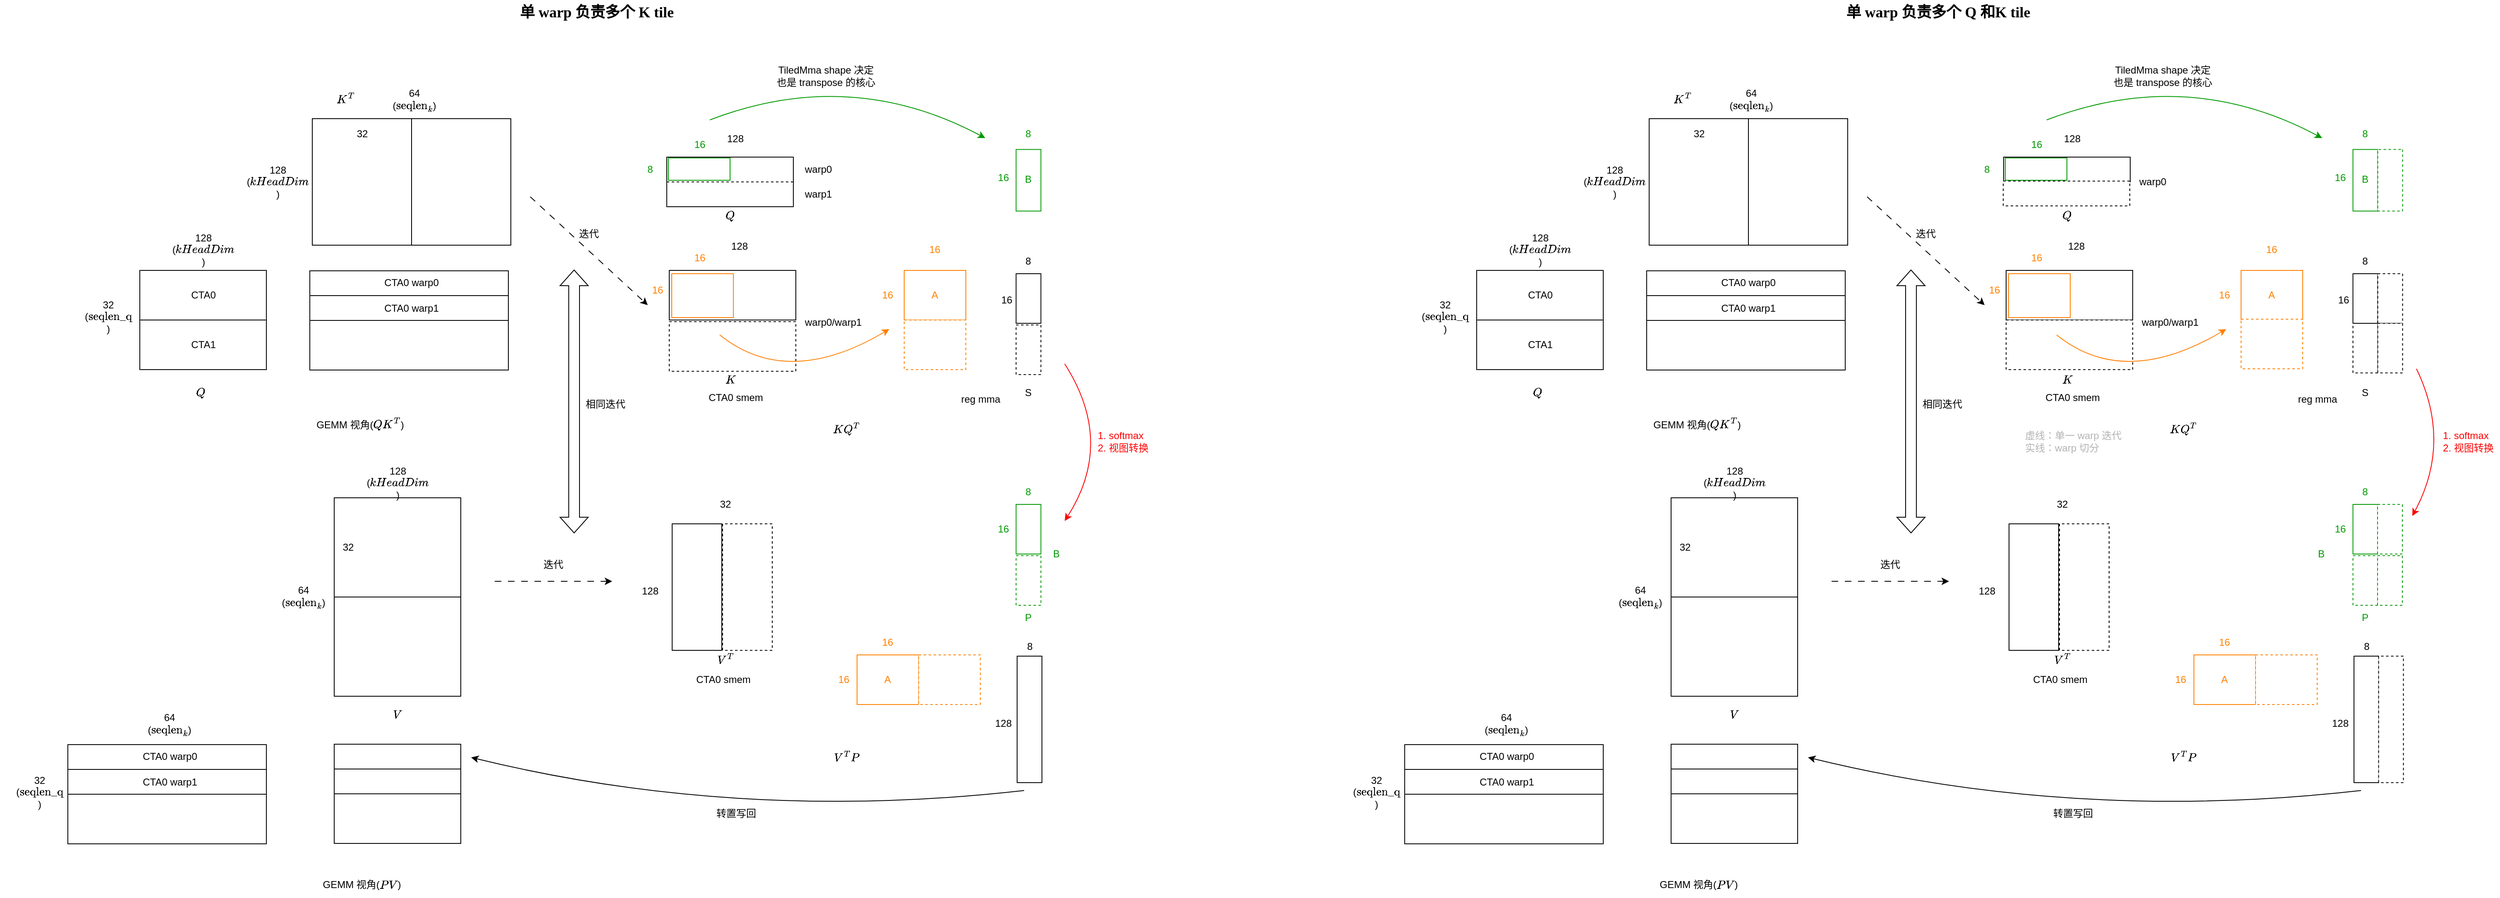
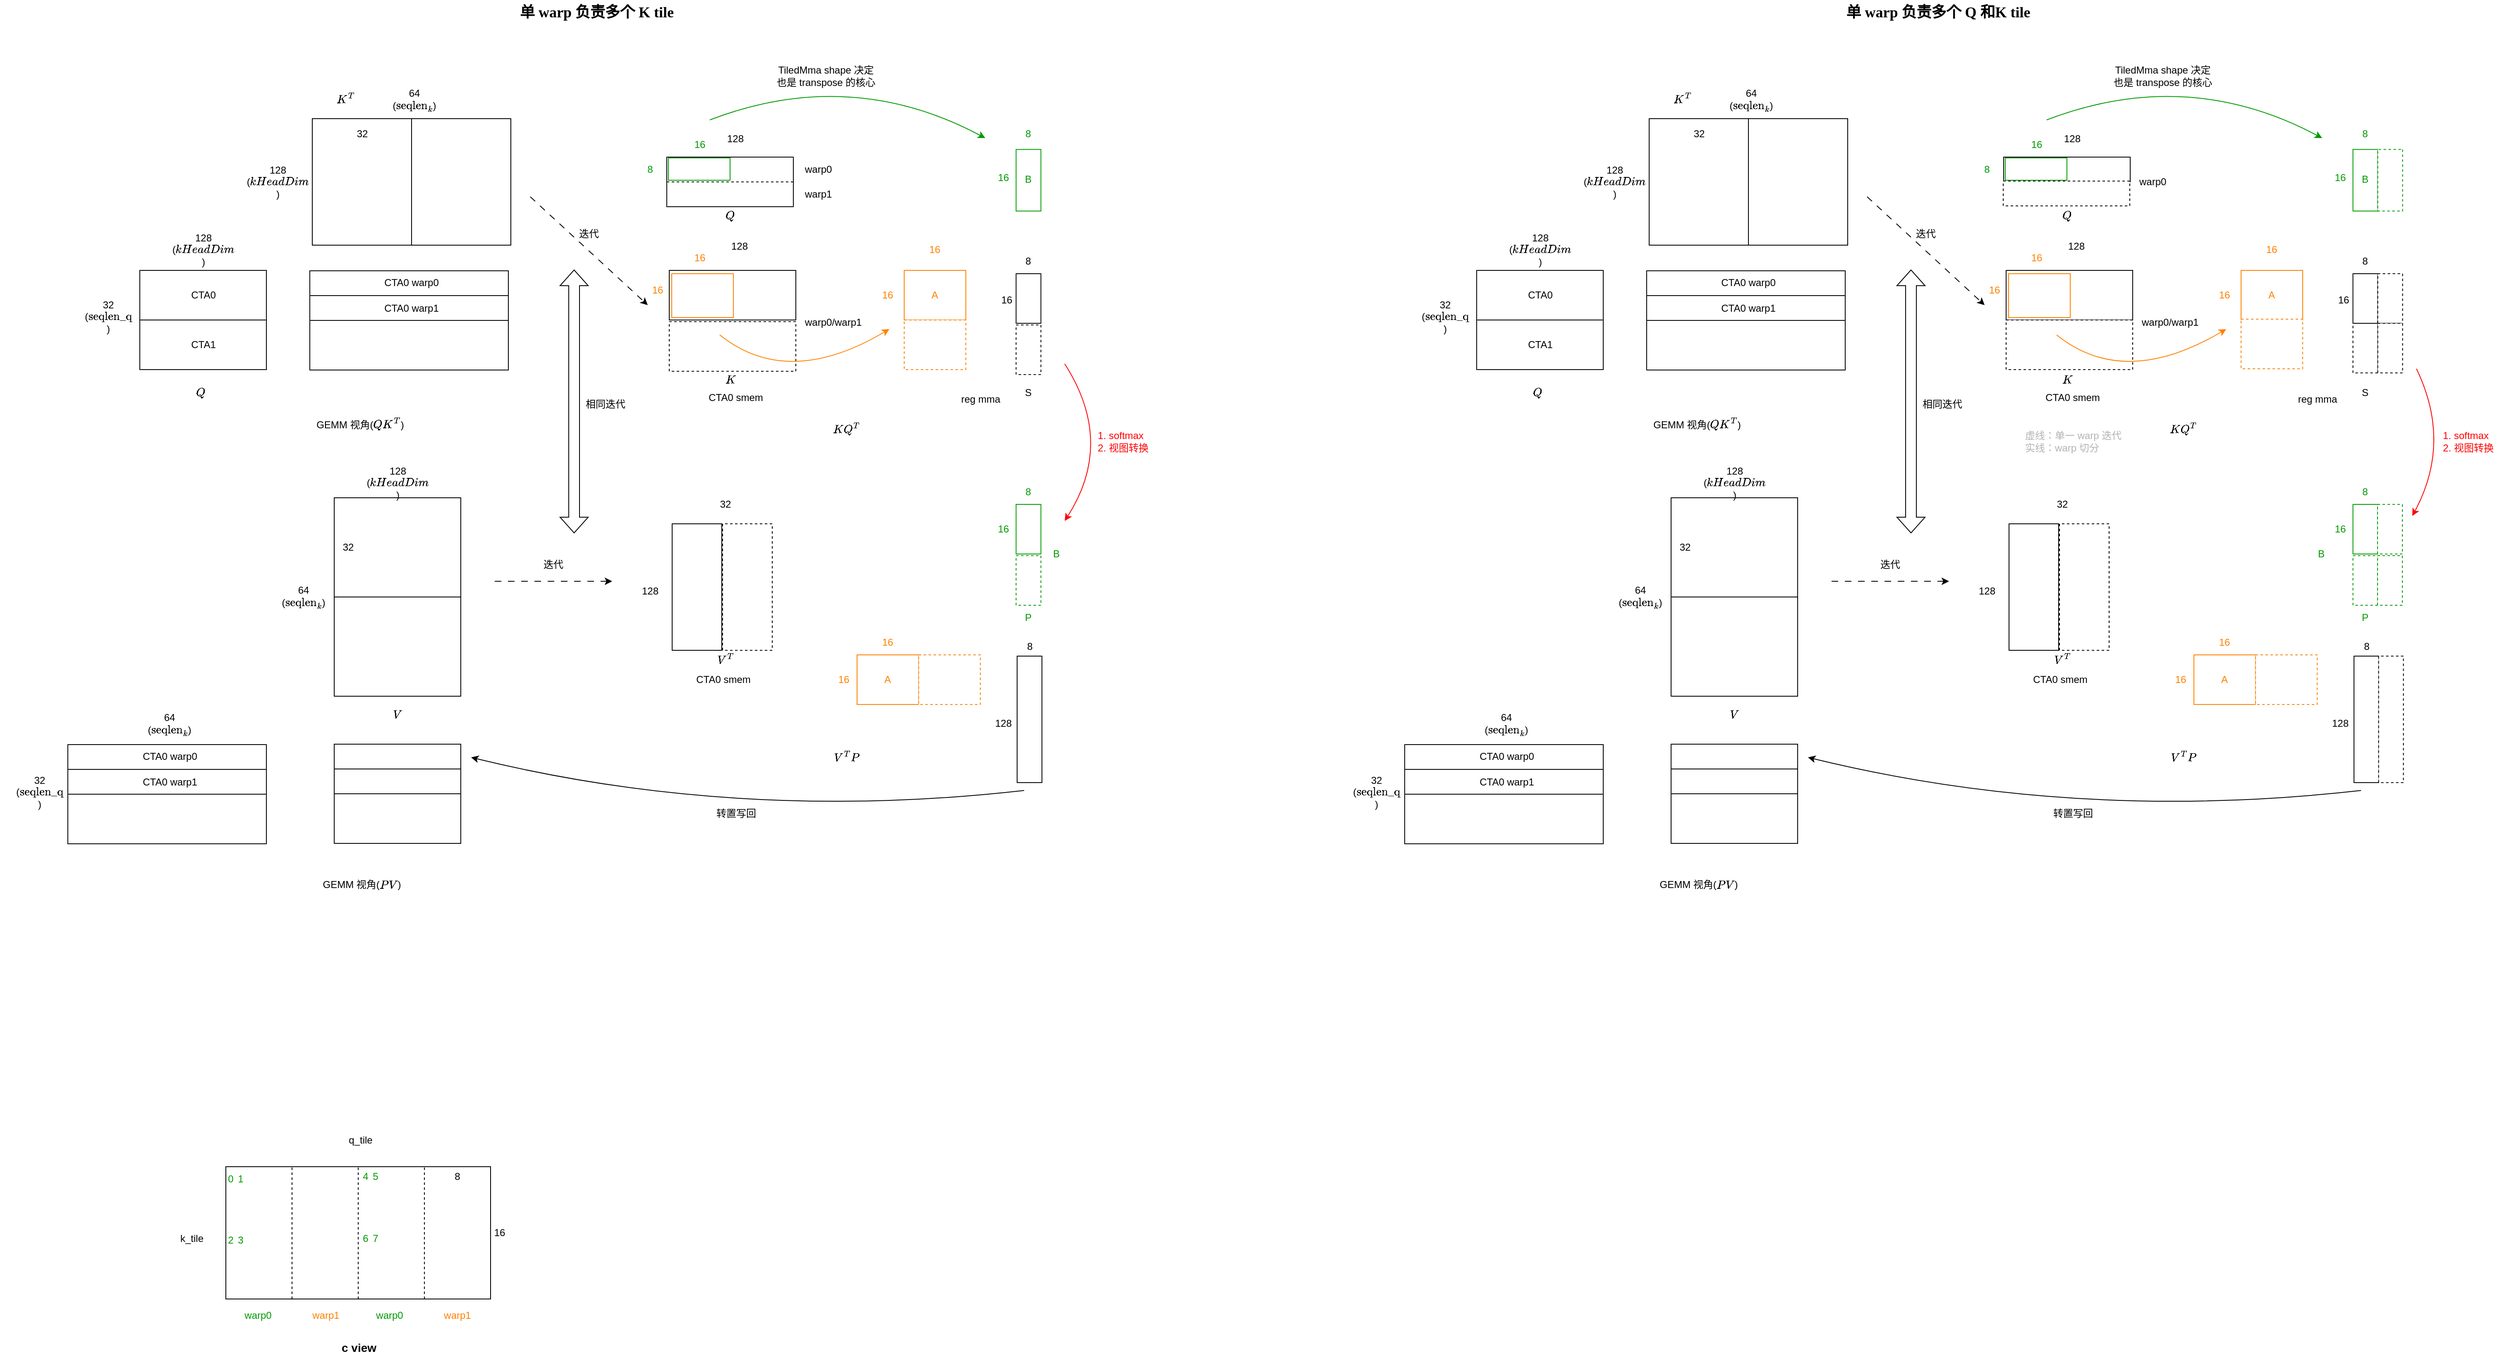
<mxfile host="app.diagrams.net" agent="Mozilla/5.0 (Macintosh; Intel Mac OS X 10_15_7) AppleWebKit/537.36 (KHTML, like Gecko) Chrome/148.0.0.0 Safari/537.36">
  <diagram name="第 1 页" id="oHZ7k2eqphhDJOQGW40j">
-     <mxGraphModel dx="1503" dy="851" grid="0" gridSize="10" guides="1" tooltips="1" connect="1" arrows="1" fold="1" page="1" pageScale="1" pageWidth="5000" pageHeight="5000" math="1" shadow="0">
+     <mxGraphModel dx="1424" dy="806" grid="0" gridSize="10" guides="1" tooltips="1" connect="1" arrows="1" fold="1" page="1" pageScale="1" pageWidth="5000" pageHeight="5000" math="1" shadow="0">
      <root>
        <mxCell id="0" />
        <mxCell id="1" parent="0" />
        <mxCell id="owqz17-3z9DN5I4Ioce8-2" parent="1" style="rounded=0;whiteSpace=wrap;html=1;" value="" vertex="1">
          <mxGeometry height="60" width="153" x="214" y="590" as="geometry" />
        </mxCell>
        <mxCell id="owqz17-3z9DN5I4Ioce8-4" parent="1" style="rounded=0;whiteSpace=wrap;html=1;" value="" vertex="1">
          <mxGeometry height="60" width="153" x="214" y="650" as="geometry" />
        </mxCell>
        <mxCell id="owqz17-3z9DN5I4Ioce8-6" parent="1" style="text;html=1;whiteSpace=wrap;strokeColor=none;fillColor=none;align=center;verticalAlign=middle;rounded=0;" value="128&lt;br&gt;(`kHeadDim`)" vertex="1">
          <mxGeometry height="30" width="60" x="260.5" y="550" as="geometry" />
        </mxCell>
        <mxCell id="owqz17-3z9DN5I4Ioce8-7" parent="1" style="text;html=1;whiteSpace=wrap;strokeColor=none;fillColor=none;align=center;verticalAlign=middle;rounded=0;" value="CTA0" vertex="1">
          <mxGeometry height="30" width="60" x="260.5" y="605" as="geometry" />
        </mxCell>
        <mxCell id="owqz17-3z9DN5I4Ioce8-8" parent="1" style="text;html=1;whiteSpace=wrap;strokeColor=none;fillColor=none;align=center;verticalAlign=middle;rounded=0;" value="CTA1" vertex="1">
          <mxGeometry height="30" width="60" x="260.5" y="665" as="geometry" />
        </mxCell>
        <mxCell id="owqz17-3z9DN5I4Ioce8-11" parent="1" style="rounded=0;whiteSpace=wrap;html=1;rotation=90;" value="" vertex="1">
          <mxGeometry height="120" width="153" x="406" y="423" as="geometry" />
        </mxCell>
        <mxCell id="owqz17-3z9DN5I4Ioce8-12" parent="1" style="rounded=0;whiteSpace=wrap;html=1;rotation=90;" value="" vertex="1">
          <mxGeometry height="120" width="153" x="526" y="423" as="geometry" />
        </mxCell>
        <mxCell id="owqz17-3z9DN5I4Ioce8-14" parent="1" style="text;html=1;whiteSpace=wrap;strokeColor=none;fillColor=none;align=center;verticalAlign=middle;rounded=0;" value="32" vertex="1">
          <mxGeometry height="30" width="60" x="452.5" y="410" as="geometry" />
        </mxCell>
        <mxCell id="owqz17-3z9DN5I4Ioce8-15" parent="1" style="rounded=0;whiteSpace=wrap;html=1;rotation=0;" value="" vertex="1">
          <mxGeometry height="60" width="153" x="854" y="590" as="geometry" />
        </mxCell>
        <mxCell id="owqz17-3z9DN5I4Ioce8-16" parent="1" style="rounded=0;whiteSpace=wrap;html=1;" value="" vertex="1">
          <mxGeometry height="60" width="153" x="851" y="453" as="geometry" />
        </mxCell>
        <mxCell id="owqz17-3z9DN5I4Ioce8-17" parent="1" style="text;html=1;whiteSpace=wrap;strokeColor=none;fillColor=none;align=center;verticalAlign=middle;rounded=0;fontColor=#009900;" value="8" vertex="1">
          <mxGeometry height="30" width="60" x="801" y="453" as="geometry" />
        </mxCell>
        <mxCell id="owqz17-3z9DN5I4Ioce8-18" edge="1" parent="1" source="owqz17-3z9DN5I4Ioce8-16" style="endArrow=none;dashed=1;html=1;rounded=0;exitX=0;exitY=0.5;exitDx=0;exitDy=0;entryX=1;entryY=0.5;entryDx=0;entryDy=0;" target="owqz17-3z9DN5I4Ioce8-16" value="">
          <mxGeometry height="50" relative="1" width="50" as="geometry">
            <mxPoint x="1044" y="522" as="sourcePoint" />
            <mxPoint x="1094" y="472" as="targetPoint" />
          </mxGeometry>
        </mxCell>
        <mxCell id="owqz17-3z9DN5I4Ioce8-21" parent="1" style="rounded=0;whiteSpace=wrap;html=1;strokeWidth=1;strokeColor=#009900;" value="" vertex="1">
          <mxGeometry height="27" width="74.5" x="853" y="454" as="geometry" />
        </mxCell>
        <mxCell id="owqz17-3z9DN5I4Ioce8-22" parent="1" style="text;html=1;whiteSpace=wrap;strokeColor=none;fillColor=none;align=center;verticalAlign=middle;rounded=0;" value="128" vertex="1">
          <mxGeometry height="30" width="60" x="904" y="416" as="geometry" />
        </mxCell>
        <mxCell id="owqz17-3z9DN5I4Ioce8-23" parent="1" style="text;html=1;whiteSpace=wrap;strokeColor=none;fillColor=none;align=center;verticalAlign=middle;rounded=0;fontColor=#009900;" value="16" vertex="1">
          <mxGeometry height="30" width="60" x="861" y="423" as="geometry" />
        </mxCell>
        <mxCell id="owqz17-3z9DN5I4Ioce8-24" edge="1" parent="1" style="endArrow=classic;html=1;rounded=0;dashed=1;dashPattern=8 8;" value="">
          <mxGeometry height="50" relative="1" width="50" as="geometry">
            <mxPoint x="686" y="501" as="sourcePoint" />
            <mxPoint x="828" y="632" as="targetPoint" />
          </mxGeometry>
        </mxCell>
        <mxCell id="owqz17-3z9DN5I4Ioce8-25" parent="1" style="text;html=1;whiteSpace=wrap;strokeColor=none;fillColor=none;align=center;verticalAlign=middle;rounded=0;" value="迭代" vertex="1">
          <mxGeometry height="30" width="60" x="727" y="531" as="geometry" />
        </mxCell>
        <mxCell id="owqz17-3z9DN5I4Ioce8-26" parent="1" style="rounded=0;whiteSpace=wrap;html=1;rotation=0;dashed=1;" value="" vertex="1">
          <mxGeometry height="60" width="153" x="854" y="652" as="geometry" />
        </mxCell>
        <mxCell id="owqz17-3z9DN5I4Ioce8-27" parent="1" style="rounded=0;whiteSpace=wrap;html=1;strokeWidth=1;strokeColor=#FF8000;" value="" vertex="1">
          <mxGeometry height="53" width="74.5" x="857" y="594" as="geometry" />
        </mxCell>
        <mxCell id="owqz17-3z9DN5I4Ioce8-28" parent="1" style="text;html=1;whiteSpace=wrap;strokeColor=none;fillColor=none;align=center;verticalAlign=middle;rounded=0;fontColor=#009900;" value="&lt;font style=&quot;color: rgb(255, 128, 0);&quot;&gt;16&lt;/font&gt;" vertex="1">
          <mxGeometry height="30" width="60" x="810" y="599" as="geometry" />
        </mxCell>
        <mxCell id="owqz17-3z9DN5I4Ioce8-29" parent="1" style="text;html=1;whiteSpace=wrap;strokeColor=none;fillColor=none;align=center;verticalAlign=middle;rounded=0;fontColor=#009900;" value="&lt;font style=&quot;color: rgb(255, 128, 0);&quot;&gt;16&lt;/font&gt;" vertex="1">
          <mxGeometry height="30" width="60" x="861" y="560" as="geometry" />
        </mxCell>
        <mxCell id="owqz17-3z9DN5I4Ioce8-30" parent="1" style="text;html=1;whiteSpace=wrap;strokeColor=none;fillColor=none;align=center;verticalAlign=middle;rounded=0;" value="128" vertex="1">
          <mxGeometry height="30" width="60" x="909" y="546" as="geometry" />
        </mxCell>
        <mxCell id="lyZQ0UNYUAO7ue0q4lVT-1" parent="1" style="rounded=0;whiteSpace=wrap;html=1;strokeWidth=1;strokeColor=#009900;rotation=90;" value="" vertex="1">
          <mxGeometry height="30" width="74.5" x="1251" y="466" as="geometry" />
        </mxCell>
        <mxCell id="lyZQ0UNYUAO7ue0q4lVT-2" parent="1" style="rounded=0;whiteSpace=wrap;html=1;strokeWidth=1;strokeColor=#FF8000;" value="" vertex="1">
          <mxGeometry height="60" width="74.5" x="1138" y="590" as="geometry" />
        </mxCell>
        <mxCell id="lyZQ0UNYUAO7ue0q4lVT-3" parent="1" style="rounded=0;whiteSpace=wrap;html=1;strokeWidth=1;strokeColor=#FF8000;dashed=1;" value="" vertex="1">
          <mxGeometry height="60" width="74.5" x="1138" y="650" as="geometry" />
        </mxCell>
        <mxCell id="lyZQ0UNYUAO7ue0q4lVT-4" parent="1" style="text;html=1;whiteSpace=wrap;strokeColor=none;fillColor=none;align=center;verticalAlign=middle;rounded=0;fontColor=#009900;" value="&lt;font style=&quot;color: rgb(255, 128, 0);&quot;&gt;16&lt;/font&gt;" vertex="1">
          <mxGeometry height="30" width="60" x="1088" y="605" as="geometry" />
        </mxCell>
        <mxCell id="lyZQ0UNYUAO7ue0q4lVT-5" parent="1" style="text;html=1;whiteSpace=wrap;strokeColor=none;fillColor=none;align=center;verticalAlign=middle;rounded=0;fontColor=#009900;" value="&lt;font style=&quot;color: rgb(255, 128, 0);&quot;&gt;16&lt;/font&gt;" vertex="1">
          <mxGeometry height="30" width="60" x="1145.25" y="550" as="geometry" />
        </mxCell>
        <mxCell id="lyZQ0UNYUAO7ue0q4lVT-6" parent="1" style="text;html=1;whiteSpace=wrap;strokeColor=none;fillColor=none;align=center;verticalAlign=middle;rounded=0;fontColor=#009900;" value="&lt;font style=&quot;color: rgb(255, 128, 0);&quot;&gt;A&lt;/font&gt;" vertex="1">
          <mxGeometry height="30" width="60" x="1145.25" y="605" as="geometry" />
        </mxCell>
        <mxCell id="lyZQ0UNYUAO7ue0q4lVT-8" parent="1" style="text;html=1;whiteSpace=wrap;strokeColor=none;fillColor=none;align=center;verticalAlign=middle;rounded=0;fontColor=#009900;" value="B" vertex="1">
          <mxGeometry height="30" width="60" x="1258.25" y="464.5" as="geometry" />
        </mxCell>
        <mxCell id="lyZQ0UNYUAO7ue0q4lVT-9" parent="1" style="text;html=1;whiteSpace=wrap;strokeColor=none;fillColor=none;align=center;verticalAlign=middle;rounded=0;fontColor=#009900;" value="16" vertex="1">
          <mxGeometry height="30" width="60" x="1228" y="463" as="geometry" />
        </mxCell>
        <mxCell id="lyZQ0UNYUAO7ue0q4lVT-11" parent="1" style="text;html=1;whiteSpace=wrap;strokeColor=none;fillColor=none;align=center;verticalAlign=middle;rounded=0;fontColor=#009900;" value="8" vertex="1">
          <mxGeometry height="30" width="60" x="1258.25" y="410" as="geometry" />
        </mxCell>
        <mxCell id="lyZQ0UNYUAO7ue0q4lVT-12" parent="1" style="rounded=0;whiteSpace=wrap;html=1;strokeWidth=1;strokeColor=#000000;dashed=1;" value="" vertex="1">
          <mxGeometry height="60" width="30" x="1273.25" y="656" as="geometry" />
        </mxCell>
        <mxCell id="lyZQ0UNYUAO7ue0q4lVT-13" parent="1" style="rounded=0;whiteSpace=wrap;html=1;strokeWidth=1;strokeColor=#000000;" value="" vertex="1">
          <mxGeometry height="60" width="30" x="1273.25" y="594" as="geometry" />
        </mxCell>
        <mxCell id="lyZQ0UNYUAO7ue0q4lVT-14" parent="1" style="text;html=1;whiteSpace=wrap;strokeColor=none;fillColor=none;align=center;verticalAlign=middle;rounded=0;fontColor=#000000;" value="&lt;font style=&quot;&quot;&gt;16&lt;/font&gt;" vertex="1">
          <mxGeometry height="30" width="60" x="1232" y="611" as="geometry" />
        </mxCell>
        <mxCell id="lyZQ0UNYUAO7ue0q4lVT-15" parent="1" style="text;html=1;whiteSpace=wrap;strokeColor=none;fillColor=none;align=center;verticalAlign=middle;rounded=0;fontColor=#000000;" value="&lt;font style=&quot;&quot;&gt;8&lt;/font&gt;" vertex="1">
          <mxGeometry height="30" width="60" x="1258.25" y="564" as="geometry" />
        </mxCell>
        <mxCell id="lyZQ0UNYUAO7ue0q4lVT-16" parent="1" style="text;html=1;whiteSpace=wrap;strokeColor=none;fillColor=none;align=center;verticalAlign=middle;rounded=0;" value="`K^T`" vertex="1">
          <mxGeometry height="30" width="60" x="433" y="368" as="geometry" />
        </mxCell>
        <mxCell id="lyZQ0UNYUAO7ue0q4lVT-18" parent="1" style="text;html=1;whiteSpace=wrap;strokeColor=none;fillColor=none;align=center;verticalAlign=middle;rounded=0;" value="`Q`" vertex="1">
          <mxGeometry height="30" width="60" x="258" y="723" as="geometry" />
        </mxCell>
        <mxCell id="lyZQ0UNYUAO7ue0q4lVT-19" parent="1" style="text;html=1;whiteSpace=wrap;strokeColor=none;fillColor=none;align=center;verticalAlign=middle;rounded=0;" value="GEMM 视角(`QK^T`)" vertex="1">
          <mxGeometry height="30" width="125" x="418" y="761" as="geometry" />
        </mxCell>
        <mxCell id="lyZQ0UNYUAO7ue0q4lVT-20" parent="1" style="rounded=0;whiteSpace=wrap;html=1;" value="" vertex="1">
          <mxGeometry height="60" width="240" x="419.5" y="590.5" as="geometry" />
        </mxCell>
        <mxCell id="lyZQ0UNYUAO7ue0q4lVT-21" parent="1" style="rounded=0;whiteSpace=wrap;html=1;" value="" vertex="1">
          <mxGeometry height="60" width="240" x="419.5" y="650.5" as="geometry" />
        </mxCell>
        <mxCell id="lyZQ0UNYUAO7ue0q4lVT-22" parent="1" style="text;html=1;whiteSpace=wrap;strokeColor=none;fillColor=none;align=center;verticalAlign=middle;rounded=0;" value="CTA0 warp0" vertex="1">
          <mxGeometry height="30" width="77" x="504" y="590" as="geometry" />
        </mxCell>
        <mxCell id="lyZQ0UNYUAO7ue0q4lVT-23" edge="1" parent="1" source="lyZQ0UNYUAO7ue0q4lVT-20" style="endArrow=none;html=1;rounded=0;exitX=0;exitY=0.5;exitDx=0;exitDy=0;entryX=1;entryY=0.5;entryDx=0;entryDy=0;" target="lyZQ0UNYUAO7ue0q4lVT-20" value="">
          <mxGeometry height="50" relative="1" width="50" as="geometry">
            <mxPoint x="481" y="639" as="sourcePoint" />
            <mxPoint x="531" y="589" as="targetPoint" />
          </mxGeometry>
        </mxCell>
        <mxCell id="lyZQ0UNYUAO7ue0q4lVT-24" parent="1" style="text;html=1;whiteSpace=wrap;strokeColor=none;fillColor=none;align=center;verticalAlign=middle;rounded=0;" value="CTA0 warp1" vertex="1">
          <mxGeometry height="30" width="77" x="504" y="620.5" as="geometry" />
        </mxCell>
        <mxCell id="lyZQ0UNYUAO7ue0q4lVT-26" parent="1" style="text;html=1;whiteSpace=wrap;strokeColor=none;fillColor=none;align=left;verticalAlign=middle;rounded=0;" value="warp0" vertex="1">
          <mxGeometry height="30" width="47" x="1016" y="453" as="geometry" />
        </mxCell>
        <mxCell id="lyZQ0UNYUAO7ue0q4lVT-30" parent="1" style="text;html=1;whiteSpace=wrap;strokeColor=none;fillColor=none;align=left;verticalAlign=middle;rounded=0;" value="warp1" vertex="1">
          <mxGeometry height="30" width="47" x="1016" y="483" as="geometry" />
        </mxCell>
        <mxCell id="lyZQ0UNYUAO7ue0q4lVT-31" parent="1" style="text;html=1;whiteSpace=wrap;strokeColor=none;fillColor=none;align=center;verticalAlign=middle;rounded=0;" value="CTA0 smem" vertex="1">
          <mxGeometry height="30" width="99" x="884.5" y="729" as="geometry" />
        </mxCell>
        <mxCell id="lyZQ0UNYUAO7ue0q4lVT-32" parent="1" style="text;html=1;whiteSpace=wrap;strokeColor=none;fillColor=none;align=center;verticalAlign=middle;rounded=0;" value="`KQ^T`" vertex="1">
          <mxGeometry height="30" width="99" x="1019" y="767" as="geometry" />
        </mxCell>
        <mxCell id="lyZQ0UNYUAO7ue0q4lVT-33" parent="1" style="text;html=1;whiteSpace=wrap;strokeColor=none;fillColor=none;align=center;verticalAlign=middle;rounded=0;" value="reg mma" vertex="1">
          <mxGeometry height="30" width="99" x="1181" y="731" as="geometry" />
        </mxCell>
        <mxCell id="lyZQ0UNYUAO7ue0q4lVT-34" parent="1" style="text;html=1;whiteSpace=wrap;strokeColor=none;fillColor=none;align=left;verticalAlign=middle;rounded=0;" value="warp0/warp1" vertex="1">
          <mxGeometry height="30" width="76" x="1016" y="638" as="geometry" />
        </mxCell>
        <mxCell id="lyZQ0UNYUAO7ue0q4lVT-41" edge="1" parent="1" style="endArrow=classic;html=1;rounded=0;curved=1;fontColor=#009900;strokeColor=#009900;" value="">
          <mxGeometry height="50" relative="1" width="50" as="geometry">
            <Array as="points">
              <mxPoint x="1073" y="343" />
            </Array>
            <mxPoint x="903" y="408" as="sourcePoint" />
            <mxPoint x="1236" y="430" as="targetPoint" />
          </mxGeometry>
        </mxCell>
        <mxCell id="lyZQ0UNYUAO7ue0q4lVT-42" edge="1" parent="1" style="endArrow=classic;html=1;rounded=0;curved=1;strokeColor=#FF8000;" value="">
          <mxGeometry height="50" relative="1" width="50" as="geometry">
            <Array as="points">
              <mxPoint x="997" y="734" />
            </Array>
            <mxPoint x="915" y="668" as="sourcePoint" />
            <mxPoint x="1120" y="661" as="targetPoint" />
          </mxGeometry>
        </mxCell>
        <mxCell id="lyZQ0UNYUAO7ue0q4lVT-43" parent="1" style="text;html=1;whiteSpace=wrap;strokeColor=none;fillColor=none;align=center;verticalAlign=middle;rounded=0;" value="TiledMma shape 决定&lt;div&gt;也是 transpose 的核心&lt;/div&gt;" vertex="1">
          <mxGeometry height="30" width="149" x="969" y="340" as="geometry" />
        </mxCell>
        <mxCell id="lyZQ0UNYUAO7ue0q4lVT-45" parent="1" style="rounded=0;whiteSpace=wrap;html=1;rotation=0;" value="" vertex="1">
          <mxGeometry height="120" width="153" x="449" y="865" as="geometry" />
        </mxCell>
        <mxCell id="lyZQ0UNYUAO7ue0q4lVT-46" parent="1" style="rounded=0;whiteSpace=wrap;html=1;rotation=0;" value="" vertex="1">
          <mxGeometry height="120" width="153" x="449" y="985" as="geometry" />
        </mxCell>
        <mxCell id="lyZQ0UNYUAO7ue0q4lVT-47" parent="1" style="text;html=1;whiteSpace=wrap;strokeColor=none;fillColor=none;align=center;verticalAlign=middle;rounded=0;" value="32" vertex="1">
          <mxGeometry height="30" width="60" x="435.5" y="910" as="geometry" />
        </mxCell>
        <mxCell id="lyZQ0UNYUAO7ue0q4lVT-50" parent="1" style="text;html=1;whiteSpace=wrap;strokeColor=none;fillColor=none;align=center;verticalAlign=middle;rounded=0;" value="`V`" vertex="1">
          <mxGeometry height="30" width="60" x="495.5" y="1112" as="geometry" />
        </mxCell>
        <mxCell id="lyZQ0UNYUAO7ue0q4lVT-51" parent="1" style="rounded=0;whiteSpace=wrap;html=1;rotation=-90;" value="" vertex="1">
          <mxGeometry height="60" width="153" x="811" y="943" as="geometry" />
        </mxCell>
        <mxCell id="lyZQ0UNYUAO7ue0q4lVT-52" parent="1" style="rounded=0;whiteSpace=wrap;html=1;rotation=-90;dashed=1;" value="" vertex="1">
          <mxGeometry height="60" width="153" x="872" y="943" as="geometry" />
        </mxCell>
        <mxCell id="lyZQ0UNYUAO7ue0q4lVT-53" parent="1" style="text;html=1;whiteSpace=wrap;strokeColor=none;fillColor=none;align=center;verticalAlign=middle;rounded=0;" value="128" vertex="1">
          <mxGeometry height="30" width="60" x="801" y="963" as="geometry" />
        </mxCell>
        <mxCell id="lyZQ0UNYUAO7ue0q4lVT-54" parent="1" style="rounded=0;whiteSpace=wrap;html=1;" value="" vertex="1">
          <mxGeometry height="60" width="240" x="127" y="1163.5" as="geometry" />
        </mxCell>
        <mxCell id="lyZQ0UNYUAO7ue0q4lVT-55" parent="1" style="rounded=0;whiteSpace=wrap;html=1;" value="" vertex="1">
          <mxGeometry height="60" width="240" x="127" y="1223.5" as="geometry" />
        </mxCell>
        <mxCell id="lyZQ0UNYUAO7ue0q4lVT-56" parent="1" style="text;html=1;whiteSpace=wrap;strokeColor=none;fillColor=none;align=center;verticalAlign=middle;rounded=0;" value="CTA0 warp0" vertex="1">
          <mxGeometry height="30" width="77" x="211.5" y="1163" as="geometry" />
        </mxCell>
        <mxCell id="lyZQ0UNYUAO7ue0q4lVT-57" edge="1" parent="1" source="lyZQ0UNYUAO7ue0q4lVT-54" style="endArrow=none;html=1;rounded=0;exitX=0;exitY=0.5;exitDx=0;exitDy=0;entryX=1;entryY=0.5;entryDx=0;entryDy=0;" target="lyZQ0UNYUAO7ue0q4lVT-54" value="">
          <mxGeometry height="50" relative="1" width="50" as="geometry">
            <mxPoint x="188.5" y="1212" as="sourcePoint" />
            <mxPoint x="238.5" y="1162" as="targetPoint" />
          </mxGeometry>
        </mxCell>
        <mxCell id="lyZQ0UNYUAO7ue0q4lVT-58" parent="1" style="text;html=1;whiteSpace=wrap;strokeColor=none;fillColor=none;align=center;verticalAlign=middle;rounded=0;" value="CTA0 warp1" vertex="1">
          <mxGeometry height="30" width="77" x="211.5" y="1193.5" as="geometry" />
        </mxCell>
        <mxCell id="lyZQ0UNYUAO7ue0q4lVT-59" parent="1" style="text;html=1;whiteSpace=wrap;strokeColor=none;fillColor=none;align=center;verticalAlign=middle;rounded=0;" value="32&lt;div&gt;(`\text{seqlen_q}`)&lt;/div&gt;" vertex="1">
          <mxGeometry height="30" width="60" x="63" y="1206" as="geometry" />
        </mxCell>
        <mxCell id="lyZQ0UNYUAO7ue0q4lVT-61" parent="1" style="text;html=1;whiteSpace=wrap;strokeColor=none;fillColor=none;align=center;verticalAlign=middle;rounded=0;" value="32&lt;div&gt;(`\text{seqlen_q}`)&lt;/div&gt;" vertex="1">
          <mxGeometry height="30" width="60" x="146" y="631" as="geometry" />
        </mxCell>
        <mxCell id="lyZQ0UNYUAO7ue0q4lVT-62" parent="1" style="text;html=1;whiteSpace=wrap;strokeColor=none;fillColor=none;align=center;verticalAlign=middle;rounded=0;" value="128&lt;br&gt;(`kHeadDim`)" vertex="1">
          <mxGeometry height="30" width="60" x="351" y="468" as="geometry" />
        </mxCell>
        <mxCell id="lyZQ0UNYUAO7ue0q4lVT-63" parent="1" style="text;html=1;whiteSpace=wrap;strokeColor=none;fillColor=none;align=center;verticalAlign=middle;rounded=0;" value="64&lt;div&gt;(`\text{seqlen}_k`)&lt;/div&gt;" vertex="1">
          <mxGeometry height="30" width="60" x="516" y="368" as="geometry" />
        </mxCell>
        <mxCell id="lyZQ0UNYUAO7ue0q4lVT-65" parent="1" style="text;html=1;whiteSpace=wrap;strokeColor=none;fillColor=none;align=center;verticalAlign=middle;rounded=0;" value="64&lt;div&gt;(`\text{seqlen}_k`)&lt;/div&gt;" vertex="1">
          <mxGeometry height="30" width="60" x="220" y="1123" as="geometry" />
        </mxCell>
        <mxCell id="lyZQ0UNYUAO7ue0q4lVT-66" parent="1" style="text;html=1;whiteSpace=wrap;strokeColor=none;fillColor=none;align=center;verticalAlign=middle;rounded=0;" value="64&lt;div&gt;(`\text{seqlen}_k`)&lt;/div&gt;" vertex="1">
          <mxGeometry height="30" width="60" x="382" y="969" as="geometry" />
        </mxCell>
        <mxCell id="lyZQ0UNYUAO7ue0q4lVT-67" parent="1" style="text;html=1;whiteSpace=wrap;strokeColor=none;fillColor=none;align=center;verticalAlign=middle;rounded=0;" value="128&lt;br&gt;(`kHeadDim`)" vertex="1">
          <mxGeometry height="30" width="60" x="495.5" y="832" as="geometry" />
        </mxCell>
        <mxCell id="lyZQ0UNYUAO7ue0q4lVT-68" parent="1" style="rounded=0;whiteSpace=wrap;html=1;rotation=0;" value="" vertex="1">
          <mxGeometry height="120" width="153" x="449" y="1163" as="geometry" />
        </mxCell>
        <mxCell id="lyZQ0UNYUAO7ue0q4lVT-69" parent="1" style="text;html=1;whiteSpace=wrap;strokeColor=none;fillColor=none;align=center;verticalAlign=middle;rounded=0;" value="GEMM 视角(`PV`)" vertex="1">
          <mxGeometry height="30" width="99" x="433" y="1318" as="geometry" />
        </mxCell>
        <mxCell id="lyZQ0UNYUAO7ue0q4lVT-71" parent="1" style="rounded=0;whiteSpace=wrap;html=1;strokeWidth=1;strokeColor=#FF8000;" value="" vertex="1">
          <mxGeometry height="60" width="74.5" x="1081" y="1055" as="geometry" />
        </mxCell>
        <mxCell id="lyZQ0UNYUAO7ue0q4lVT-72" parent="1" style="text;html=1;whiteSpace=wrap;strokeColor=none;fillColor=none;align=center;verticalAlign=middle;rounded=0;fontColor=#009900;" value="&lt;font style=&quot;color: rgb(255, 128, 0);&quot;&gt;A&lt;/font&gt;" vertex="1">
          <mxGeometry height="30" width="60" x="1088.25" y="1070" as="geometry" />
        </mxCell>
        <mxCell id="lyZQ0UNYUAO7ue0q4lVT-73" parent="1" style="text;html=1;whiteSpace=wrap;strokeColor=none;fillColor=none;align=center;verticalAlign=middle;rounded=0;fontColor=#009900;" value="&lt;font style=&quot;color: rgb(255, 128, 0);&quot;&gt;16&lt;/font&gt;" vertex="1">
          <mxGeometry height="30" width="60" x="1035" y="1070" as="geometry" />
        </mxCell>
        <mxCell id="lyZQ0UNYUAO7ue0q4lVT-74" parent="1" style="text;html=1;whiteSpace=wrap;strokeColor=none;fillColor=none;align=center;verticalAlign=middle;rounded=0;fontColor=#009900;" value="&lt;font style=&quot;color: rgb(255, 128, 0);&quot;&gt;16&lt;/font&gt;" vertex="1">
          <mxGeometry height="30" width="60" x="1088.25" y="1025" as="geometry" />
        </mxCell>
        <mxCell id="lyZQ0UNYUAO7ue0q4lVT-79" parent="1" style="rounded=0;whiteSpace=wrap;html=1;strokeWidth=1;strokeColor=#009900;dashed=1;" value="" vertex="1">
          <mxGeometry height="60" width="30" x="1273.25" y="935" as="geometry" />
        </mxCell>
        <mxCell id="lyZQ0UNYUAO7ue0q4lVT-80" parent="1" style="rounded=0;whiteSpace=wrap;html=1;strokeWidth=1;strokeColor=#009900;" value="" vertex="1">
          <mxGeometry height="60" width="30" x="1273.25" y="873" as="geometry" />
        </mxCell>
        <mxCell id="lyZQ0UNYUAO7ue0q4lVT-81" parent="1" style="text;html=1;whiteSpace=wrap;strokeColor=none;fillColor=none;align=center;verticalAlign=middle;rounded=0;fontColor=#009900;" value="&lt;font style=&quot;&quot;&gt;8&lt;/font&gt;" vertex="1">
          <mxGeometry height="30" width="60" x="1258.25" y="843" as="geometry" />
        </mxCell>
        <mxCell id="lyZQ0UNYUAO7ue0q4lVT-82" parent="1" style="text;html=1;whiteSpace=wrap;strokeColor=none;fillColor=none;align=center;verticalAlign=middle;rounded=0;fontColor=#009900;" value="B" vertex="1">
          <mxGeometry height="30" width="60" x="1292" y="918" as="geometry" />
        </mxCell>
        <mxCell id="lyZQ0UNYUAO7ue0q4lVT-83" edge="1" parent="1" style="endArrow=classic;html=1;rounded=0;curved=1;strokeColor=#FF0000;" value="">
          <mxGeometry height="50" relative="1" width="50" as="geometry">
            <Array as="points">
              <mxPoint x="1393" y="798" />
            </Array>
            <mxPoint x="1332" y="703" as="sourcePoint" />
            <mxPoint x="1332" y="893" as="targetPoint" />
          </mxGeometry>
        </mxCell>
        <mxCell id="lyZQ0UNYUAO7ue0q4lVT-84" parent="1" style="text;html=1;whiteSpace=wrap;strokeColor=none;fillColor=none;align=left;verticalAlign=middle;rounded=0;fontColor=#FF0000;" value="1. softmax&lt;div&gt;&lt;font style=&quot;&quot;&gt;2. 视图转换&lt;/font&gt;&lt;/div&gt;" vertex="1">
          <mxGeometry height="30" width="70" x="1370" y="782" as="geometry" />
        </mxCell>
        <mxCell id="lyZQ0UNYUAO7ue0q4lVT-85" parent="1" style="text;html=1;whiteSpace=wrap;strokeColor=none;fillColor=none;align=center;verticalAlign=middle;rounded=0;fontColor=#009900;" value="&lt;font style=&quot;&quot;&gt;16&lt;/font&gt;" vertex="1">
          <mxGeometry height="30" width="60" x="1228" y="888" as="geometry" />
        </mxCell>
        <mxCell id="lyZQ0UNYUAO7ue0q4lVT-86" parent="1" style="text;html=1;whiteSpace=wrap;strokeColor=none;fillColor=none;align=center;verticalAlign=middle;rounded=0;" value="32" vertex="1">
          <mxGeometry height="30" width="60" x="892" y="858" as="geometry" />
        </mxCell>
        <mxCell id="lyZQ0UNYUAO7ue0q4lVT-87" parent="1" style="text;html=1;whiteSpace=wrap;strokeColor=none;fillColor=none;align=center;verticalAlign=middle;rounded=0;" value="S" vertex="1">
          <mxGeometry height="30" width="60" x="1258.25" y="723" as="geometry" />
        </mxCell>
        <mxCell id="lyZQ0UNYUAO7ue0q4lVT-88" parent="1" style="text;html=1;whiteSpace=wrap;strokeColor=none;fillColor=none;align=center;verticalAlign=middle;rounded=0;fontColor=#009900;" value="P" vertex="1">
          <mxGeometry height="30" width="60" x="1258.25" y="995" as="geometry" />
        </mxCell>
        <mxCell id="lyZQ0UNYUAO7ue0q4lVT-89" edge="1" parent="1" style="endArrow=classic;html=1;rounded=0;dashed=1;dashPattern=8 8;" value="">
          <mxGeometry height="50" relative="1" width="50" as="geometry">
            <mxPoint x="643" y="966" as="sourcePoint" />
            <mxPoint x="785" y="966" as="targetPoint" />
          </mxGeometry>
        </mxCell>
        <mxCell id="lyZQ0UNYUAO7ue0q4lVT-90" parent="1" style="text;html=1;whiteSpace=wrap;strokeColor=none;fillColor=none;align=center;verticalAlign=middle;rounded=0;" value="迭代" vertex="1">
          <mxGeometry height="30" width="60" x="684" y="931" as="geometry" />
        </mxCell>
        <mxCell id="lyZQ0UNYUAO7ue0q4lVT-91" edge="1" parent="1" style="endArrow=block;startArrow=block;html=1;rounded=0;endFill=0;startFill=0;shape=flexArrow;width=13;endSize=6;" value="">
          <mxGeometry height="100" relative="1" width="100" as="geometry">
            <mxPoint x="739" y="908" as="sourcePoint" />
            <mxPoint x="739" y="589" as="targetPoint" />
          </mxGeometry>
        </mxCell>
        <mxCell id="lyZQ0UNYUAO7ue0q4lVT-92" parent="1" style="text;html=1;whiteSpace=wrap;strokeColor=none;fillColor=none;align=center;verticalAlign=middle;rounded=0;" value="相同迭代" vertex="1">
          <mxGeometry height="30" width="60" x="747" y="737" as="geometry" />
        </mxCell>
        <mxCell id="lyZQ0UNYUAO7ue0q4lVT-93" parent="1" style="text;html=1;whiteSpace=wrap;strokeColor=none;fillColor=none;align=center;verticalAlign=middle;rounded=0;" value="CTA0 smem" vertex="1">
          <mxGeometry height="30" width="99" x="870" y="1070" as="geometry" />
        </mxCell>
        <mxCell id="lyZQ0UNYUAO7ue0q4lVT-94" parent="1" style="text;html=1;whiteSpace=wrap;strokeColor=none;fillColor=none;align=center;verticalAlign=middle;rounded=0;" value="`Q`" vertex="1">
          <mxGeometry height="30" width="60" x="897.5" y="509" as="geometry" />
        </mxCell>
        <mxCell id="lyZQ0UNYUAO7ue0q4lVT-95" parent="1" style="text;html=1;whiteSpace=wrap;strokeColor=none;fillColor=none;align=center;verticalAlign=middle;rounded=0;" value="`K`" vertex="1">
          <mxGeometry height="30" width="60" x="897.5" y="707" as="geometry" />
        </mxCell>
        <mxCell id="lyZQ0UNYUAO7ue0q4lVT-96" parent="1" style="text;html=1;whiteSpace=wrap;strokeColor=none;fillColor=none;align=center;verticalAlign=middle;rounded=0;" value="`V^T`" vertex="1">
          <mxGeometry height="30" width="60" x="891.5" y="1046" as="geometry" />
        </mxCell>
        <mxCell id="lyZQ0UNYUAO7ue0q4lVT-97" parent="1" style="rounded=0;whiteSpace=wrap;html=1;rotation=-90;" value="" vertex="1">
          <mxGeometry height="30" width="153" x="1213" y="1118" as="geometry" />
        </mxCell>
        <mxCell id="lyZQ0UNYUAO7ue0q4lVT-98" parent="1" style="rounded=0;whiteSpace=wrap;html=1;strokeWidth=1;strokeColor=#FF8000;dashed=1;" value="" vertex="1">
          <mxGeometry height="60" width="74.5" x="1155.5" y="1055" as="geometry" />
        </mxCell>
        <mxCell id="lyZQ0UNYUAO7ue0q4lVT-99" parent="1" style="text;html=1;whiteSpace=wrap;strokeColor=none;fillColor=none;align=center;verticalAlign=middle;rounded=0;" value="128" vertex="1">
          <mxGeometry height="30" width="60" x="1228" y="1123" as="geometry" />
        </mxCell>
        <mxCell id="lyZQ0UNYUAO7ue0q4lVT-100" parent="1" style="text;html=1;whiteSpace=wrap;strokeColor=none;fillColor=none;align=center;verticalAlign=middle;rounded=0;fontColor=#000000;" value="&lt;font style=&quot;&quot;&gt;8&lt;/font&gt;" vertex="1">
          <mxGeometry height="30" width="60" x="1259.5" y="1030" as="geometry" />
        </mxCell>
        <mxCell id="lyZQ0UNYUAO7ue0q4lVT-101" edge="1" parent="1" source="lyZQ0UNYUAO7ue0q4lVT-68" style="endArrow=none;html=1;rounded=0;exitX=0;exitY=0.5;exitDx=0;exitDy=0;entryX=1;entryY=0.5;entryDx=0;entryDy=0;" target="lyZQ0UNYUAO7ue0q4lVT-68" value="">
          <mxGeometry height="50" relative="1" width="50" as="geometry">
            <mxPoint x="677" y="1190" as="sourcePoint" />
            <mxPoint x="727" y="1140" as="targetPoint" />
          </mxGeometry>
        </mxCell>
        <mxCell id="lyZQ0UNYUAO7ue0q4lVT-102" edge="1" parent="1" source="lyZQ0UNYUAO7ue0q4lVT-68" style="endArrow=none;html=1;rounded=0;exitX=0;exitY=0.25;exitDx=0;exitDy=0;entryX=1;entryY=0.25;entryDx=0;entryDy=0;" target="lyZQ0UNYUAO7ue0q4lVT-68" value="">
          <mxGeometry height="50" relative="1" width="50" as="geometry">
            <mxPoint x="647" y="1211" as="sourcePoint" />
            <mxPoint x="697" y="1161" as="targetPoint" />
          </mxGeometry>
        </mxCell>
        <mxCell id="lyZQ0UNYUAO7ue0q4lVT-103" edge="1" parent="1" style="endArrow=classic;html=1;rounded=0;curved=1;" value="">
          <mxGeometry height="50" relative="1" width="50" as="geometry">
            <Array as="points">
              <mxPoint x="938" y="1258" />
            </Array>
            <mxPoint x="1283" y="1219" as="sourcePoint" />
            <mxPoint x="614.5" y="1179" as="targetPoint" />
          </mxGeometry>
        </mxCell>
        <mxCell id="lyZQ0UNYUAO7ue0q4lVT-104" parent="1" style="text;html=1;whiteSpace=wrap;strokeColor=none;fillColor=none;align=left;verticalAlign=middle;rounded=0;" value="转置写回" vertex="1">
          <mxGeometry height="30" width="70" x="909" y="1232" as="geometry" />
        </mxCell>
        <mxCell id="lyZQ0UNYUAO7ue0q4lVT-105" parent="1" style="text;html=1;whiteSpace=wrap;strokeColor=none;fillColor=none;align=center;verticalAlign=middle;rounded=0;" value="`V^TP`" vertex="1">
          <mxGeometry height="30" width="99" x="1019" y="1163.5" as="geometry" />
        </mxCell>
        <mxCell id="zMA9pT4RaSrqm7jLvRVs-1" parent="1" style="rounded=0;whiteSpace=wrap;html=1;" value="" vertex="1">
          <mxGeometry height="60" width="153" x="1830" y="590" as="geometry" />
        </mxCell>
        <mxCell id="zMA9pT4RaSrqm7jLvRVs-2" parent="1" style="rounded=0;whiteSpace=wrap;html=1;" value="" vertex="1">
          <mxGeometry height="60" width="153" x="1830" y="650" as="geometry" />
        </mxCell>
        <mxCell id="zMA9pT4RaSrqm7jLvRVs-3" parent="1" style="text;html=1;whiteSpace=wrap;strokeColor=none;fillColor=none;align=center;verticalAlign=middle;rounded=0;" value="128&lt;br&gt;(`kHeadDim`)" vertex="1">
          <mxGeometry height="30" width="60" x="1876.5" y="550" as="geometry" />
        </mxCell>
        <mxCell id="zMA9pT4RaSrqm7jLvRVs-4" parent="1" style="text;html=1;whiteSpace=wrap;strokeColor=none;fillColor=none;align=center;verticalAlign=middle;rounded=0;" value="CTA0" vertex="1">
          <mxGeometry height="30" width="60" x="1876.5" y="605" as="geometry" />
        </mxCell>
        <mxCell id="zMA9pT4RaSrqm7jLvRVs-5" parent="1" style="text;html=1;whiteSpace=wrap;strokeColor=none;fillColor=none;align=center;verticalAlign=middle;rounded=0;" value="CTA1" vertex="1">
          <mxGeometry height="30" width="60" x="1876.5" y="665" as="geometry" />
        </mxCell>
        <mxCell id="zMA9pT4RaSrqm7jLvRVs-6" parent="1" style="rounded=0;whiteSpace=wrap;html=1;rotation=90;" value="" vertex="1">
          <mxGeometry height="120" width="153" x="2022" y="423" as="geometry" />
        </mxCell>
        <mxCell id="zMA9pT4RaSrqm7jLvRVs-7" parent="1" style="rounded=0;whiteSpace=wrap;html=1;rotation=90;" value="" vertex="1">
          <mxGeometry height="120" width="153" x="2142" y="423" as="geometry" />
        </mxCell>
        <mxCell id="zMA9pT4RaSrqm7jLvRVs-8" parent="1" style="text;html=1;whiteSpace=wrap;strokeColor=none;fillColor=none;align=center;verticalAlign=middle;rounded=0;" value="32" vertex="1">
          <mxGeometry height="30" width="60" x="2068.5" y="410" as="geometry" />
        </mxCell>
        <mxCell id="zMA9pT4RaSrqm7jLvRVs-9" parent="1" style="rounded=0;whiteSpace=wrap;html=1;rotation=0;" value="" vertex="1">
          <mxGeometry height="60" width="153" x="2470" y="590" as="geometry" />
        </mxCell>
        <mxCell id="zMA9pT4RaSrqm7jLvRVs-10" parent="1" style="rounded=0;whiteSpace=wrap;html=1;" value="" vertex="1">
          <mxGeometry height="30" width="153" x="2467" y="453" as="geometry" />
        </mxCell>
        <mxCell id="zMA9pT4RaSrqm7jLvRVs-11" parent="1" style="text;html=1;whiteSpace=wrap;strokeColor=none;fillColor=none;align=center;verticalAlign=middle;rounded=0;fontColor=#009900;" value="8" vertex="1">
          <mxGeometry height="30" width="60" x="2417" y="453" as="geometry" />
        </mxCell>
        <mxCell id="zMA9pT4RaSrqm7jLvRVs-13" parent="1" style="rounded=0;whiteSpace=wrap;html=1;strokeWidth=1;strokeColor=#009900;" value="" vertex="1">
          <mxGeometry height="27" width="74.5" x="2469" y="454" as="geometry" />
        </mxCell>
        <mxCell id="zMA9pT4RaSrqm7jLvRVs-14" parent="1" style="text;html=1;whiteSpace=wrap;strokeColor=none;fillColor=none;align=center;verticalAlign=middle;rounded=0;" value="128" vertex="1">
          <mxGeometry height="30" width="60" x="2520" y="416" as="geometry" />
        </mxCell>
        <mxCell id="zMA9pT4RaSrqm7jLvRVs-15" parent="1" style="text;html=1;whiteSpace=wrap;strokeColor=none;fillColor=none;align=center;verticalAlign=middle;rounded=0;fontColor=#009900;" value="16" vertex="1">
          <mxGeometry height="30" width="60" x="2477" y="423" as="geometry" />
        </mxCell>
        <mxCell id="zMA9pT4RaSrqm7jLvRVs-16" edge="1" parent="1" style="endArrow=classic;html=1;rounded=0;dashed=1;dashPattern=8 8;" value="">
          <mxGeometry height="50" relative="1" width="50" as="geometry">
            <mxPoint x="2302" y="501" as="sourcePoint" />
            <mxPoint x="2444" y="632" as="targetPoint" />
          </mxGeometry>
        </mxCell>
        <mxCell id="zMA9pT4RaSrqm7jLvRVs-17" parent="1" style="text;html=1;whiteSpace=wrap;strokeColor=none;fillColor=none;align=center;verticalAlign=middle;rounded=0;" value="迭代" vertex="1">
          <mxGeometry height="30" width="60" x="2343" y="531" as="geometry" />
        </mxCell>
        <mxCell id="zMA9pT4RaSrqm7jLvRVs-18" parent="1" style="rounded=0;whiteSpace=wrap;html=1;rotation=0;dashed=1;" value="" vertex="1">
          <mxGeometry height="60" width="153" x="2470" y="650" as="geometry" />
        </mxCell>
        <mxCell id="zMA9pT4RaSrqm7jLvRVs-19" parent="1" style="rounded=0;whiteSpace=wrap;html=1;strokeWidth=1;strokeColor=#FF8000;" value="" vertex="1">
          <mxGeometry height="53" width="74.5" x="2473" y="594" as="geometry" />
        </mxCell>
        <mxCell id="zMA9pT4RaSrqm7jLvRVs-20" parent="1" style="text;html=1;whiteSpace=wrap;strokeColor=none;fillColor=none;align=center;verticalAlign=middle;rounded=0;fontColor=#009900;" value="&lt;font style=&quot;color: rgb(255, 128, 0);&quot;&gt;16&lt;/font&gt;" vertex="1">
          <mxGeometry height="30" width="60" x="2426" y="599" as="geometry" />
        </mxCell>
        <mxCell id="zMA9pT4RaSrqm7jLvRVs-21" parent="1" style="text;html=1;whiteSpace=wrap;strokeColor=none;fillColor=none;align=center;verticalAlign=middle;rounded=0;fontColor=#009900;" value="&lt;font style=&quot;color: rgb(255, 128, 0);&quot;&gt;16&lt;/font&gt;" vertex="1">
          <mxGeometry height="30" width="60" x="2477" y="560" as="geometry" />
        </mxCell>
        <mxCell id="zMA9pT4RaSrqm7jLvRVs-22" parent="1" style="text;html=1;whiteSpace=wrap;strokeColor=none;fillColor=none;align=center;verticalAlign=middle;rounded=0;" value="128" vertex="1">
          <mxGeometry height="30" width="60" x="2525" y="546" as="geometry" />
        </mxCell>
        <mxCell id="zMA9pT4RaSrqm7jLvRVs-23" parent="1" style="rounded=0;whiteSpace=wrap;html=1;strokeWidth=1;strokeColor=#009900;rotation=90;" value="" vertex="1">
          <mxGeometry height="30" width="74.5" x="2867" y="466" as="geometry" />
        </mxCell>
        <mxCell id="zMA9pT4RaSrqm7jLvRVs-24" parent="1" style="rounded=0;whiteSpace=wrap;html=1;strokeWidth=1;strokeColor=#FF8000;" value="" vertex="1">
          <mxGeometry height="60" width="74.5" x="2754" y="590" as="geometry" />
        </mxCell>
        <mxCell id="zMA9pT4RaSrqm7jLvRVs-25" parent="1" style="rounded=0;whiteSpace=wrap;html=1;strokeWidth=1;strokeColor=#FF8000;dashed=1;" value="" vertex="1">
          <mxGeometry height="60" width="74.5" x="2754" y="649" as="geometry" />
        </mxCell>
        <mxCell id="zMA9pT4RaSrqm7jLvRVs-26" parent="1" style="text;html=1;whiteSpace=wrap;strokeColor=none;fillColor=none;align=center;verticalAlign=middle;rounded=0;fontColor=#009900;" value="&lt;font style=&quot;color: rgb(255, 128, 0);&quot;&gt;16&lt;/font&gt;" vertex="1">
          <mxGeometry height="30" width="60" x="2704" y="605" as="geometry" />
        </mxCell>
        <mxCell id="zMA9pT4RaSrqm7jLvRVs-27" parent="1" style="text;html=1;whiteSpace=wrap;strokeColor=none;fillColor=none;align=center;verticalAlign=middle;rounded=0;fontColor=#009900;" value="&lt;font style=&quot;color: rgb(255, 128, 0);&quot;&gt;16&lt;/font&gt;" vertex="1">
          <mxGeometry height="30" width="60" x="2761.25" y="550" as="geometry" />
        </mxCell>
        <mxCell id="zMA9pT4RaSrqm7jLvRVs-28" parent="1" style="text;html=1;whiteSpace=wrap;strokeColor=none;fillColor=none;align=center;verticalAlign=middle;rounded=0;fontColor=#009900;" value="&lt;font style=&quot;color: rgb(255, 128, 0);&quot;&gt;A&lt;/font&gt;" vertex="1">
          <mxGeometry height="30" width="60" x="2761.25" y="605" as="geometry" />
        </mxCell>
        <mxCell id="zMA9pT4RaSrqm7jLvRVs-29" parent="1" style="text;html=1;whiteSpace=wrap;strokeColor=none;fillColor=none;align=center;verticalAlign=middle;rounded=0;fontColor=#009900;" value="B" vertex="1">
          <mxGeometry height="30" width="60" x="2874.25" y="464.5" as="geometry" />
        </mxCell>
        <mxCell id="zMA9pT4RaSrqm7jLvRVs-30" parent="1" style="text;html=1;whiteSpace=wrap;strokeColor=none;fillColor=none;align=center;verticalAlign=middle;rounded=0;fontColor=#009900;" value="16" vertex="1">
          <mxGeometry height="30" width="60" x="2844" y="463" as="geometry" />
        </mxCell>
        <mxCell id="zMA9pT4RaSrqm7jLvRVs-31" parent="1" style="text;html=1;whiteSpace=wrap;strokeColor=none;fillColor=none;align=center;verticalAlign=middle;rounded=0;fontColor=#009900;" value="8" vertex="1">
          <mxGeometry height="30" width="60" x="2874.25" y="410" as="geometry" />
        </mxCell>
        <mxCell id="zMA9pT4RaSrqm7jLvRVs-32" parent="1" style="rounded=0;whiteSpace=wrap;html=1;strokeWidth=1;strokeColor=#000000;dashed=1;" value="" vertex="1">
          <mxGeometry height="60" width="30" x="2889.25" y="654" as="geometry" />
        </mxCell>
        <mxCell id="zMA9pT4RaSrqm7jLvRVs-33" parent="1" style="rounded=0;whiteSpace=wrap;html=1;strokeWidth=1;strokeColor=#000000;" value="" vertex="1">
          <mxGeometry height="60" width="30" x="2889.25" y="594" as="geometry" />
        </mxCell>
        <mxCell id="zMA9pT4RaSrqm7jLvRVs-34" parent="1" style="text;html=1;whiteSpace=wrap;strokeColor=none;fillColor=none;align=center;verticalAlign=middle;rounded=0;fontColor=#000000;" value="&lt;font style=&quot;&quot;&gt;16&lt;/font&gt;" vertex="1">
          <mxGeometry height="30" width="60" x="2848" y="611" as="geometry" />
        </mxCell>
        <mxCell id="zMA9pT4RaSrqm7jLvRVs-35" parent="1" style="text;html=1;whiteSpace=wrap;strokeColor=none;fillColor=none;align=center;verticalAlign=middle;rounded=0;fontColor=#000000;" value="&lt;font style=&quot;&quot;&gt;8&lt;/font&gt;" vertex="1">
          <mxGeometry height="30" width="60" x="2874.25" y="564" as="geometry" />
        </mxCell>
        <mxCell id="zMA9pT4RaSrqm7jLvRVs-36" parent="1" style="text;html=1;whiteSpace=wrap;strokeColor=none;fillColor=none;align=center;verticalAlign=middle;rounded=0;" value="`K^T`" vertex="1">
          <mxGeometry height="30" width="60" x="2049" y="368" as="geometry" />
        </mxCell>
        <mxCell id="zMA9pT4RaSrqm7jLvRVs-37" parent="1" style="text;html=1;whiteSpace=wrap;strokeColor=none;fillColor=none;align=center;verticalAlign=middle;rounded=0;" value="`Q`" vertex="1">
          <mxGeometry height="30" width="60" x="1874" y="723" as="geometry" />
        </mxCell>
        <mxCell id="zMA9pT4RaSrqm7jLvRVs-38" parent="1" style="text;html=1;whiteSpace=wrap;strokeColor=none;fillColor=none;align=center;verticalAlign=middle;rounded=0;" value="GEMM 视角(`QK^T`)" vertex="1">
          <mxGeometry height="30" width="125" x="2034" y="761" as="geometry" />
        </mxCell>
        <mxCell id="zMA9pT4RaSrqm7jLvRVs-39" parent="1" style="rounded=0;whiteSpace=wrap;html=1;" value="" vertex="1">
          <mxGeometry height="60" width="240" x="2035.5" y="590.5" as="geometry" />
        </mxCell>
        <mxCell id="zMA9pT4RaSrqm7jLvRVs-40" parent="1" style="rounded=0;whiteSpace=wrap;html=1;" value="" vertex="1">
          <mxGeometry height="60" width="240" x="2035.5" y="650.5" as="geometry" />
        </mxCell>
        <mxCell id="zMA9pT4RaSrqm7jLvRVs-41" parent="1" style="text;html=1;whiteSpace=wrap;strokeColor=none;fillColor=none;align=center;verticalAlign=middle;rounded=0;" value="CTA0 warp0" vertex="1">
          <mxGeometry height="30" width="77" x="2120" y="590" as="geometry" />
        </mxCell>
        <mxCell id="zMA9pT4RaSrqm7jLvRVs-42" edge="1" parent="1" source="zMA9pT4RaSrqm7jLvRVs-39" style="endArrow=none;html=1;rounded=0;exitX=0;exitY=0.5;exitDx=0;exitDy=0;entryX=1;entryY=0.5;entryDx=0;entryDy=0;" target="zMA9pT4RaSrqm7jLvRVs-39" value="">
          <mxGeometry height="50" relative="1" width="50" as="geometry">
            <mxPoint x="2097" y="639" as="sourcePoint" />
            <mxPoint x="2147" y="589" as="targetPoint" />
          </mxGeometry>
        </mxCell>
        <mxCell id="zMA9pT4RaSrqm7jLvRVs-43" parent="1" style="text;html=1;whiteSpace=wrap;strokeColor=none;fillColor=none;align=center;verticalAlign=middle;rounded=0;" value="CTA0 warp1" vertex="1">
          <mxGeometry height="30" width="77" x="2120" y="620.5" as="geometry" />
        </mxCell>
        <mxCell id="zMA9pT4RaSrqm7jLvRVs-44" parent="1" style="text;html=1;whiteSpace=wrap;strokeColor=none;fillColor=none;align=left;verticalAlign=middle;rounded=0;" value="warp0" vertex="1">
          <mxGeometry height="30" width="47" x="2629" y="468" as="geometry" />
        </mxCell>
        <mxCell id="zMA9pT4RaSrqm7jLvRVs-46" parent="1" style="text;html=1;whiteSpace=wrap;strokeColor=none;fillColor=none;align=center;verticalAlign=middle;rounded=0;" value="CTA0 smem" vertex="1">
          <mxGeometry height="30" width="99" x="2500.5" y="729" as="geometry" />
        </mxCell>
        <mxCell id="zMA9pT4RaSrqm7jLvRVs-47" parent="1" style="text;html=1;whiteSpace=wrap;strokeColor=none;fillColor=none;align=center;verticalAlign=middle;rounded=0;" value="`KQ^T`" vertex="1">
          <mxGeometry height="30" width="99" x="2635" y="767" as="geometry" />
        </mxCell>
        <mxCell id="zMA9pT4RaSrqm7jLvRVs-48" parent="1" style="text;html=1;whiteSpace=wrap;strokeColor=none;fillColor=none;align=center;verticalAlign=middle;rounded=0;" value="reg mma" vertex="1">
          <mxGeometry height="30" width="99" x="2797" y="731" as="geometry" />
        </mxCell>
        <mxCell id="zMA9pT4RaSrqm7jLvRVs-49" parent="1" style="text;html=1;whiteSpace=wrap;strokeColor=none;fillColor=none;align=left;verticalAlign=middle;rounded=0;" value="warp0/warp1" vertex="1">
          <mxGeometry height="30" width="76" x="2632" y="638" as="geometry" />
        </mxCell>
        <mxCell id="zMA9pT4RaSrqm7jLvRVs-50" edge="1" parent="1" style="endArrow=classic;html=1;rounded=0;curved=1;fontColor=#009900;strokeColor=#009900;" value="">
          <mxGeometry height="50" relative="1" width="50" as="geometry">
            <Array as="points">
              <mxPoint x="2689" y="343" />
            </Array>
            <mxPoint x="2519" y="408" as="sourcePoint" />
            <mxPoint x="2852" y="430" as="targetPoint" />
          </mxGeometry>
        </mxCell>
        <mxCell id="zMA9pT4RaSrqm7jLvRVs-51" edge="1" parent="1" style="endArrow=classic;html=1;rounded=0;curved=1;strokeColor=#FF8000;" value="">
          <mxGeometry height="50" relative="1" width="50" as="geometry">
            <Array as="points">
              <mxPoint x="2613" y="734" />
            </Array>
            <mxPoint x="2531" y="668" as="sourcePoint" />
            <mxPoint x="2736" y="661" as="targetPoint" />
          </mxGeometry>
        </mxCell>
        <mxCell id="zMA9pT4RaSrqm7jLvRVs-52" parent="1" style="text;html=1;whiteSpace=wrap;strokeColor=none;fillColor=none;align=center;verticalAlign=middle;rounded=0;" value="TiledMma shape 决定&lt;div&gt;也是 transpose 的核心&lt;/div&gt;" vertex="1">
          <mxGeometry height="30" width="149" x="2585" y="340" as="geometry" />
        </mxCell>
        <mxCell id="zMA9pT4RaSrqm7jLvRVs-53" parent="1" style="rounded=0;whiteSpace=wrap;html=1;rotation=0;" value="" vertex="1">
          <mxGeometry height="120" width="153" x="2065" y="865" as="geometry" />
        </mxCell>
        <mxCell id="zMA9pT4RaSrqm7jLvRVs-54" parent="1" style="rounded=0;whiteSpace=wrap;html=1;rotation=0;" value="" vertex="1">
          <mxGeometry height="120" width="153" x="2065" y="985" as="geometry" />
        </mxCell>
        <mxCell id="zMA9pT4RaSrqm7jLvRVs-55" parent="1" style="text;html=1;whiteSpace=wrap;strokeColor=none;fillColor=none;align=center;verticalAlign=middle;rounded=0;" value="32" vertex="1">
          <mxGeometry height="30" width="60" x="2051.5" y="910" as="geometry" />
        </mxCell>
        <mxCell id="zMA9pT4RaSrqm7jLvRVs-56" parent="1" style="text;html=1;whiteSpace=wrap;strokeColor=none;fillColor=none;align=center;verticalAlign=middle;rounded=0;" value="`V`" vertex="1">
          <mxGeometry height="30" width="60" x="2111.5" y="1112" as="geometry" />
        </mxCell>
        <mxCell id="zMA9pT4RaSrqm7jLvRVs-57" parent="1" style="rounded=0;whiteSpace=wrap;html=1;rotation=-90;" value="" vertex="1">
          <mxGeometry height="60" width="153" x="2427" y="943" as="geometry" />
        </mxCell>
        <mxCell id="zMA9pT4RaSrqm7jLvRVs-58" parent="1" style="rounded=0;whiteSpace=wrap;html=1;rotation=-90;dashed=1;" value="" vertex="1">
          <mxGeometry height="60" width="153" x="2488" y="943" as="geometry" />
        </mxCell>
        <mxCell id="zMA9pT4RaSrqm7jLvRVs-59" parent="1" style="text;html=1;whiteSpace=wrap;strokeColor=none;fillColor=none;align=center;verticalAlign=middle;rounded=0;" value="128" vertex="1">
          <mxGeometry height="30" width="60" x="2417" y="963" as="geometry" />
        </mxCell>
        <mxCell id="zMA9pT4RaSrqm7jLvRVs-60" parent="1" style="rounded=0;whiteSpace=wrap;html=1;" value="" vertex="1">
          <mxGeometry height="60" width="240" x="1743" y="1163.5" as="geometry" />
        </mxCell>
        <mxCell id="zMA9pT4RaSrqm7jLvRVs-61" parent="1" style="rounded=0;whiteSpace=wrap;html=1;" value="" vertex="1">
          <mxGeometry height="60" width="240" x="1743" y="1223.5" as="geometry" />
        </mxCell>
        <mxCell id="zMA9pT4RaSrqm7jLvRVs-62" parent="1" style="text;html=1;whiteSpace=wrap;strokeColor=none;fillColor=none;align=center;verticalAlign=middle;rounded=0;" value="CTA0 warp0" vertex="1">
          <mxGeometry height="30" width="77" x="1827.5" y="1163" as="geometry" />
        </mxCell>
        <mxCell id="zMA9pT4RaSrqm7jLvRVs-63" edge="1" parent="1" source="zMA9pT4RaSrqm7jLvRVs-60" style="endArrow=none;html=1;rounded=0;exitX=0;exitY=0.5;exitDx=0;exitDy=0;entryX=1;entryY=0.5;entryDx=0;entryDy=0;" target="zMA9pT4RaSrqm7jLvRVs-60" value="">
          <mxGeometry height="50" relative="1" width="50" as="geometry">
            <mxPoint x="1804.5" y="1212" as="sourcePoint" />
            <mxPoint x="1854.5" y="1162" as="targetPoint" />
          </mxGeometry>
        </mxCell>
        <mxCell id="zMA9pT4RaSrqm7jLvRVs-64" parent="1" style="text;html=1;whiteSpace=wrap;strokeColor=none;fillColor=none;align=center;verticalAlign=middle;rounded=0;" value="CTA0 warp1" vertex="1">
          <mxGeometry height="30" width="77" x="1827.5" y="1193.5" as="geometry" />
        </mxCell>
        <mxCell id="zMA9pT4RaSrqm7jLvRVs-65" parent="1" style="text;html=1;whiteSpace=wrap;strokeColor=none;fillColor=none;align=center;verticalAlign=middle;rounded=0;" value="32&lt;div&gt;(`\text{seqlen_q}`)&lt;/div&gt;" vertex="1">
          <mxGeometry height="30" width="60" x="1679" y="1206" as="geometry" />
        </mxCell>
        <mxCell id="zMA9pT4RaSrqm7jLvRVs-66" parent="1" style="text;html=1;whiteSpace=wrap;strokeColor=none;fillColor=none;align=center;verticalAlign=middle;rounded=0;" value="32&lt;div&gt;(`\text{seqlen_q}`)&lt;/div&gt;" vertex="1">
          <mxGeometry height="30" width="60" x="1762" y="631" as="geometry" />
        </mxCell>
        <mxCell id="zMA9pT4RaSrqm7jLvRVs-67" parent="1" style="text;html=1;whiteSpace=wrap;strokeColor=none;fillColor=none;align=center;verticalAlign=middle;rounded=0;" value="128&lt;br&gt;(`kHeadDim`)" vertex="1">
          <mxGeometry height="30" width="60" x="1967" y="468" as="geometry" />
        </mxCell>
        <mxCell id="zMA9pT4RaSrqm7jLvRVs-68" parent="1" style="text;html=1;whiteSpace=wrap;strokeColor=none;fillColor=none;align=center;verticalAlign=middle;rounded=0;" value="64&lt;div&gt;(`\text{seqlen}_k`)&lt;/div&gt;" vertex="1">
          <mxGeometry height="30" width="60" x="2132" y="368" as="geometry" />
        </mxCell>
        <mxCell id="zMA9pT4RaSrqm7jLvRVs-69" parent="1" style="text;html=1;whiteSpace=wrap;strokeColor=none;fillColor=none;align=center;verticalAlign=middle;rounded=0;" value="64&lt;div&gt;(`\text{seqlen}_k`)&lt;/div&gt;" vertex="1">
          <mxGeometry height="30" width="60" x="1836" y="1123" as="geometry" />
        </mxCell>
        <mxCell id="zMA9pT4RaSrqm7jLvRVs-70" parent="1" style="text;html=1;whiteSpace=wrap;strokeColor=none;fillColor=none;align=center;verticalAlign=middle;rounded=0;" value="64&lt;div&gt;(`\text{seqlen}_k`)&lt;/div&gt;" vertex="1">
          <mxGeometry height="30" width="60" x="1998" y="969" as="geometry" />
        </mxCell>
        <mxCell id="zMA9pT4RaSrqm7jLvRVs-71" parent="1" style="text;html=1;whiteSpace=wrap;strokeColor=none;fillColor=none;align=center;verticalAlign=middle;rounded=0;" value="128&lt;br&gt;(`kHeadDim`)" vertex="1">
          <mxGeometry height="30" width="60" x="2111.5" y="832" as="geometry" />
        </mxCell>
        <mxCell id="zMA9pT4RaSrqm7jLvRVs-72" parent="1" style="rounded=0;whiteSpace=wrap;html=1;rotation=0;" value="" vertex="1">
          <mxGeometry height="120" width="153" x="2065" y="1163" as="geometry" />
        </mxCell>
        <mxCell id="zMA9pT4RaSrqm7jLvRVs-73" parent="1" style="text;html=1;whiteSpace=wrap;strokeColor=none;fillColor=none;align=center;verticalAlign=middle;rounded=0;" value="GEMM 视角(`PV`)" vertex="1">
          <mxGeometry height="30" width="99" x="2049" y="1318" as="geometry" />
        </mxCell>
        <mxCell id="zMA9pT4RaSrqm7jLvRVs-74" parent="1" style="text;html=1;whiteSpace=wrap;strokeColor=none;fillColor=none;align=left;verticalAlign=middle;rounded=0;fontColor=#B3B3B3;" value="虚线：单一 warp 迭代&lt;div&gt;实线：warp 切分&lt;/div&gt;" vertex="1">
          <mxGeometry height="30" width="129" x="2490.5" y="782" as="geometry" />
        </mxCell>
        <mxCell id="zMA9pT4RaSrqm7jLvRVs-75" parent="1" style="rounded=0;whiteSpace=wrap;html=1;strokeWidth=1;strokeColor=#FF8000;" value="" vertex="1">
          <mxGeometry height="60" width="74.5" x="2697" y="1055" as="geometry" />
        </mxCell>
        <mxCell id="zMA9pT4RaSrqm7jLvRVs-76" parent="1" style="text;html=1;whiteSpace=wrap;strokeColor=none;fillColor=none;align=center;verticalAlign=middle;rounded=0;fontColor=#009900;" value="&lt;font style=&quot;color: rgb(255, 128, 0);&quot;&gt;A&lt;/font&gt;" vertex="1">
          <mxGeometry height="30" width="60" x="2704.25" y="1070" as="geometry" />
        </mxCell>
        <mxCell id="zMA9pT4RaSrqm7jLvRVs-77" parent="1" style="text;html=1;whiteSpace=wrap;strokeColor=none;fillColor=none;align=center;verticalAlign=middle;rounded=0;fontColor=#009900;" value="&lt;font style=&quot;color: rgb(255, 128, 0);&quot;&gt;16&lt;/font&gt;" vertex="1">
          <mxGeometry height="30" width="60" x="2651" y="1070" as="geometry" />
        </mxCell>
        <mxCell id="zMA9pT4RaSrqm7jLvRVs-78" parent="1" style="text;html=1;whiteSpace=wrap;strokeColor=none;fillColor=none;align=center;verticalAlign=middle;rounded=0;fontColor=#009900;" value="&lt;font style=&quot;color: rgb(255, 128, 0);&quot;&gt;16&lt;/font&gt;" vertex="1">
          <mxGeometry height="30" width="60" x="2704.25" y="1025" as="geometry" />
        </mxCell>
        <mxCell id="zMA9pT4RaSrqm7jLvRVs-79" parent="1" style="rounded=0;whiteSpace=wrap;html=1;strokeWidth=1;strokeColor=#009900;dashed=1;" value="" vertex="1">
          <mxGeometry height="60" width="30" x="2889.25" y="935" as="geometry" />
        </mxCell>
        <mxCell id="zMA9pT4RaSrqm7jLvRVs-80" parent="1" style="rounded=0;whiteSpace=wrap;html=1;strokeWidth=1;strokeColor=#009900;" value="" vertex="1">
          <mxGeometry height="60" width="30" x="2889.25" y="873" as="geometry" />
        </mxCell>
        <mxCell id="zMA9pT4RaSrqm7jLvRVs-81" parent="1" style="text;html=1;whiteSpace=wrap;strokeColor=none;fillColor=none;align=center;verticalAlign=middle;rounded=0;fontColor=#009900;" value="&lt;font style=&quot;&quot;&gt;8&lt;/font&gt;" vertex="1">
          <mxGeometry height="30" width="60" x="2874.25" y="843" as="geometry" />
        </mxCell>
        <mxCell id="zMA9pT4RaSrqm7jLvRVs-82" parent="1" style="text;html=1;whiteSpace=wrap;strokeColor=none;fillColor=none;align=center;verticalAlign=middle;rounded=0;fontColor=#009900;" value="B" vertex="1">
          <mxGeometry height="30" width="60" x="2821.25" y="918" as="geometry" />
        </mxCell>
        <mxCell id="zMA9pT4RaSrqm7jLvRVs-83" edge="1" parent="1" style="endArrow=classic;html=1;rounded=0;curved=1;strokeColor=#FF0000;" value="">
          <mxGeometry height="50" relative="1" width="50" as="geometry">
            <Array as="points">
              <mxPoint x="3009" y="798" />
            </Array>
            <mxPoint x="2966" y="709" as="sourcePoint" />
            <mxPoint x="2961" y="887" as="targetPoint" />
          </mxGeometry>
        </mxCell>
        <mxCell id="zMA9pT4RaSrqm7jLvRVs-84" parent="1" style="text;html=1;whiteSpace=wrap;strokeColor=none;fillColor=none;align=left;verticalAlign=middle;rounded=0;fontColor=#FF0000;" value="1. softmax&lt;div&gt;&lt;font style=&quot;&quot;&gt;2. 视图转换&lt;/font&gt;&lt;/div&gt;" vertex="1">
          <mxGeometry height="30" width="70" x="2996" y="782" as="geometry" />
        </mxCell>
        <mxCell id="zMA9pT4RaSrqm7jLvRVs-85" parent="1" style="text;html=1;whiteSpace=wrap;strokeColor=none;fillColor=none;align=center;verticalAlign=middle;rounded=0;fontColor=#009900;" value="&lt;font style=&quot;&quot;&gt;16&lt;/font&gt;" vertex="1">
          <mxGeometry height="30" width="60" x="2844" y="888" as="geometry" />
        </mxCell>
        <mxCell id="zMA9pT4RaSrqm7jLvRVs-86" parent="1" style="text;html=1;whiteSpace=wrap;strokeColor=none;fillColor=none;align=center;verticalAlign=middle;rounded=0;" value="32" vertex="1">
          <mxGeometry height="30" width="60" x="2508" y="858" as="geometry" />
        </mxCell>
        <mxCell id="zMA9pT4RaSrqm7jLvRVs-87" parent="1" style="text;html=1;whiteSpace=wrap;strokeColor=none;fillColor=none;align=center;verticalAlign=middle;rounded=0;" value="S" vertex="1">
          <mxGeometry height="30" width="60" x="2874.25" y="723" as="geometry" />
        </mxCell>
        <mxCell id="zMA9pT4RaSrqm7jLvRVs-88" parent="1" style="text;html=1;whiteSpace=wrap;strokeColor=none;fillColor=none;align=center;verticalAlign=middle;rounded=0;fontColor=#009900;" value="P" vertex="1">
          <mxGeometry height="30" width="60" x="2874.25" y="995" as="geometry" />
        </mxCell>
        <mxCell id="zMA9pT4RaSrqm7jLvRVs-89" edge="1" parent="1" style="endArrow=classic;html=1;rounded=0;dashed=1;dashPattern=8 8;" value="">
          <mxGeometry height="50" relative="1" width="50" as="geometry">
            <mxPoint x="2259" y="966" as="sourcePoint" />
            <mxPoint x="2401" y="966" as="targetPoint" />
          </mxGeometry>
        </mxCell>
        <mxCell id="zMA9pT4RaSrqm7jLvRVs-90" parent="1" style="text;html=1;whiteSpace=wrap;strokeColor=none;fillColor=none;align=center;verticalAlign=middle;rounded=0;" value="迭代" vertex="1">
          <mxGeometry height="30" width="60" x="2300" y="931" as="geometry" />
        </mxCell>
        <mxCell id="zMA9pT4RaSrqm7jLvRVs-91" edge="1" parent="1" style="endArrow=block;startArrow=block;html=1;rounded=0;endFill=0;startFill=0;shape=flexArrow;width=13;endSize=6;" value="">
          <mxGeometry height="100" relative="1" width="100" as="geometry">
            <mxPoint x="2355" y="908" as="sourcePoint" />
            <mxPoint x="2355" y="589" as="targetPoint" />
          </mxGeometry>
        </mxCell>
        <mxCell id="zMA9pT4RaSrqm7jLvRVs-92" parent="1" style="text;html=1;whiteSpace=wrap;strokeColor=none;fillColor=none;align=center;verticalAlign=middle;rounded=0;" value="相同迭代" vertex="1">
          <mxGeometry height="30" width="60" x="2363" y="737" as="geometry" />
        </mxCell>
        <mxCell id="zMA9pT4RaSrqm7jLvRVs-93" parent="1" style="text;html=1;whiteSpace=wrap;strokeColor=none;fillColor=none;align=center;verticalAlign=middle;rounded=0;" value="CTA0 smem" vertex="1">
          <mxGeometry height="30" width="99" x="2486" y="1070" as="geometry" />
        </mxCell>
        <mxCell id="zMA9pT4RaSrqm7jLvRVs-94" parent="1" style="text;html=1;whiteSpace=wrap;strokeColor=none;fillColor=none;align=center;verticalAlign=middle;rounded=0;" value="`Q`" vertex="1">
          <mxGeometry height="30" width="60" x="2513.5" y="509" as="geometry" />
        </mxCell>
        <mxCell id="zMA9pT4RaSrqm7jLvRVs-95" parent="1" style="text;html=1;whiteSpace=wrap;strokeColor=none;fillColor=none;align=center;verticalAlign=middle;rounded=0;" value="`K`" vertex="1">
          <mxGeometry height="30" width="60" x="2513.5" y="707" as="geometry" />
        </mxCell>
        <mxCell id="zMA9pT4RaSrqm7jLvRVs-96" parent="1" style="text;html=1;whiteSpace=wrap;strokeColor=none;fillColor=none;align=center;verticalAlign=middle;rounded=0;" value="`V^T`" vertex="1">
          <mxGeometry height="30" width="60" x="2507.5" y="1046" as="geometry" />
        </mxCell>
        <mxCell id="zMA9pT4RaSrqm7jLvRVs-97" parent="1" style="rounded=0;whiteSpace=wrap;html=1;rotation=-90;" value="" vertex="1">
          <mxGeometry height="30" width="153" x="2829" y="1118" as="geometry" />
        </mxCell>
        <mxCell id="zMA9pT4RaSrqm7jLvRVs-98" parent="1" style="rounded=0;whiteSpace=wrap;html=1;strokeWidth=1;strokeColor=#FF8000;dashed=1;" value="" vertex="1">
          <mxGeometry height="60" width="74.5" x="2771.5" y="1055" as="geometry" />
        </mxCell>
        <mxCell id="zMA9pT4RaSrqm7jLvRVs-99" parent="1" style="text;html=1;whiteSpace=wrap;strokeColor=none;fillColor=none;align=center;verticalAlign=middle;rounded=0;" value="128" vertex="1">
          <mxGeometry height="30" width="60" x="2844" y="1123" as="geometry" />
        </mxCell>
        <mxCell id="zMA9pT4RaSrqm7jLvRVs-100" parent="1" style="text;html=1;whiteSpace=wrap;strokeColor=none;fillColor=none;align=center;verticalAlign=middle;rounded=0;fontColor=#000000;" value="&lt;font style=&quot;&quot;&gt;8&lt;/font&gt;" vertex="1">
          <mxGeometry height="30" width="60" x="2875.5" y="1030" as="geometry" />
        </mxCell>
        <mxCell id="zMA9pT4RaSrqm7jLvRVs-101" edge="1" parent="1" source="zMA9pT4RaSrqm7jLvRVs-72" style="endArrow=none;html=1;rounded=0;exitX=0;exitY=0.5;exitDx=0;exitDy=0;entryX=1;entryY=0.5;entryDx=0;entryDy=0;" target="zMA9pT4RaSrqm7jLvRVs-72" value="">
          <mxGeometry height="50" relative="1" width="50" as="geometry">
            <mxPoint x="2293" y="1190" as="sourcePoint" />
            <mxPoint x="2343" y="1140" as="targetPoint" />
          </mxGeometry>
        </mxCell>
        <mxCell id="zMA9pT4RaSrqm7jLvRVs-102" edge="1" parent="1" source="zMA9pT4RaSrqm7jLvRVs-72" style="endArrow=none;html=1;rounded=0;exitX=0;exitY=0.25;exitDx=0;exitDy=0;entryX=1;entryY=0.25;entryDx=0;entryDy=0;" target="zMA9pT4RaSrqm7jLvRVs-72" value="">
          <mxGeometry height="50" relative="1" width="50" as="geometry">
            <mxPoint x="2263" y="1211" as="sourcePoint" />
            <mxPoint x="2313" y="1161" as="targetPoint" />
          </mxGeometry>
        </mxCell>
        <mxCell id="zMA9pT4RaSrqm7jLvRVs-103" edge="1" parent="1" style="endArrow=classic;html=1;rounded=0;curved=1;" value="">
          <mxGeometry height="50" relative="1" width="50" as="geometry">
            <Array as="points">
              <mxPoint x="2554" y="1258" />
            </Array>
            <mxPoint x="2899" y="1219" as="sourcePoint" />
            <mxPoint x="2230.5" y="1179" as="targetPoint" />
          </mxGeometry>
        </mxCell>
        <mxCell id="zMA9pT4RaSrqm7jLvRVs-104" parent="1" style="text;html=1;whiteSpace=wrap;strokeColor=none;fillColor=none;align=left;verticalAlign=middle;rounded=0;" value="转置写回" vertex="1">
          <mxGeometry height="30" width="70" x="2525" y="1232" as="geometry" />
        </mxCell>
        <mxCell id="zMA9pT4RaSrqm7jLvRVs-105" parent="1" style="text;html=1;whiteSpace=wrap;strokeColor=none;fillColor=none;align=center;verticalAlign=middle;rounded=0;" value="`V^TP`" vertex="1">
          <mxGeometry height="30" width="99" x="2635" y="1163.5" as="geometry" />
        </mxCell>
        <mxCell id="SfhA4xxw7NlDcaAGLwF6-1" parent="1" style="text;html=1;whiteSpace=wrap;strokeColor=none;fillColor=none;align=center;verticalAlign=middle;rounded=0;fontSize=18;fontStyle=1;fontFamily=Times New Roman;" value="单 warp 负责多个 K tile" vertex="1">
          <mxGeometry height="30" width="189" x="672" y="263" as="geometry" />
        </mxCell>
        <mxCell id="SfhA4xxw7NlDcaAGLwF6-2" edge="1" parent="1" source="SfhA4xxw7NlDcaAGLwF6-1" style="edgeStyle=orthogonalEdgeStyle;rounded=0;orthogonalLoop=1;jettySize=auto;html=1;exitX=0.5;exitY=1;exitDx=0;exitDy=0;" target="SfhA4xxw7NlDcaAGLwF6-1">
          <mxGeometry relative="1" as="geometry" />
        </mxCell>
        <mxCell id="SfhA4xxw7NlDcaAGLwF6-3" parent="1" style="text;html=1;whiteSpace=wrap;strokeColor=none;fillColor=none;align=center;verticalAlign=middle;rounded=0;fontSize=18;fontStyle=1;fontFamily=Times New Roman;" value="单 warp 负责多个 Q 和K tile" vertex="1">
          <mxGeometry height="30" width="234" x="2271" y="263" as="geometry" />
        </mxCell>
        <mxCell id="SfhA4xxw7NlDcaAGLwF6-4" parent="1" style="rounded=0;whiteSpace=wrap;html=1;strokeWidth=1;strokeColor=#009900;rotation=90;dashed=1;" value="" vertex="1">
          <mxGeometry height="30" width="74.5" x="2897" y="466" as="geometry" />
        </mxCell>
        <mxCell id="SfhA4xxw7NlDcaAGLwF6-5" parent="1" style="rounded=0;whiteSpace=wrap;html=1;strokeWidth=1;strokeColor=#000000;dashed=1;" value="" vertex="1">
          <mxGeometry height="60" width="30" x="2919.25" y="594" as="geometry" />
        </mxCell>
        <mxCell id="SfhA4xxw7NlDcaAGLwF6-6" parent="1" style="rounded=0;whiteSpace=wrap;html=1;strokeWidth=1;strokeColor=#000000;dashed=1;" value="" vertex="1">
          <mxGeometry height="60" width="30" x="2919.25" y="654" as="geometry" />
        </mxCell>
        <mxCell id="SfhA4xxw7NlDcaAGLwF6-7" parent="1" style="rounded=0;whiteSpace=wrap;html=1;dashed=1;" value="" vertex="1">
          <mxGeometry height="30" width="153" x="2466.5" y="482" as="geometry" />
        </mxCell>
        <mxCell id="SfhA4xxw7NlDcaAGLwF6-9" parent="1" style="rounded=0;whiteSpace=wrap;html=1;strokeWidth=1;strokeColor=#009900;dashed=1;" value="" vertex="1">
          <mxGeometry height="60" width="30" x="2919" y="873" as="geometry" />
        </mxCell>
        <mxCell id="SfhA4xxw7NlDcaAGLwF6-10" parent="1" style="rounded=0;whiteSpace=wrap;html=1;strokeWidth=1;strokeColor=#009900;dashed=1;" value="" vertex="1">
          <mxGeometry height="60" width="30" x="2919" y="935" as="geometry" />
        </mxCell>
        <mxCell id="SfhA4xxw7NlDcaAGLwF6-11" parent="1" style="rounded=0;whiteSpace=wrap;html=1;rotation=-90;dashed=1;" value="" vertex="1">
          <mxGeometry height="30" width="153" x="2858.75" y="1118" as="geometry" />
        </mxCell>
+         <mxCell id="3gAixGRtOYJG3qeZIVA9-1" parent="1" style="rounded=0;whiteSpace=wrap;html=1;rotation=0;" value="" vertex="1">
+           <mxGeometry height="160" width="320" x="318" y="1674" as="geometry" />
+         </mxCell>
+         <mxCell id="3gAixGRtOYJG3qeZIVA9-2" edge="1" parent="1" source="3gAixGRtOYJG3qeZIVA9-1" style="endArrow=none;html=1;rounded=0;entryX=0.25;entryY=0;entryDx=0;entryDy=0;exitX=0.25;exitY=1;exitDx=0;exitDy=0;dashed=1;" target="3gAixGRtOYJG3qeZIVA9-1" value="">
+           <mxGeometry height="50" relative="1" width="50" as="geometry">
+             <mxPoint x="340.5" y="1967" as="sourcePoint" />
+             <mxPoint x="483.5" y="1871" as="targetPoint" />
+           </mxGeometry>
+         </mxCell>
+         <mxCell id="3gAixGRtOYJG3qeZIVA9-3" edge="1" parent="1" source="3gAixGRtOYJG3qeZIVA9-1" style="endArrow=none;html=1;rounded=0;entryX=0.5;entryY=0;entryDx=0;entryDy=0;exitX=0.5;exitY=1;exitDx=0;exitDy=0;dashed=1;" target="3gAixGRtOYJG3qeZIVA9-1" value="">
+           <mxGeometry height="50" relative="1" width="50" as="geometry">
+             <mxPoint x="504" y="1819" as="sourcePoint" />
+             <mxPoint x="504" y="1759" as="targetPoint" />
+           </mxGeometry>
+         </mxCell>
+         <mxCell id="3gAixGRtOYJG3qeZIVA9-4" edge="1" parent="1" source="3gAixGRtOYJG3qeZIVA9-1" style="endArrow=none;html=1;rounded=0;entryX=0.75;entryY=0;entryDx=0;entryDy=0;exitX=0.75;exitY=1;exitDx=0;exitDy=0;dashed=1;" target="3gAixGRtOYJG3qeZIVA9-1" value="">
+           <mxGeometry height="50" relative="1" width="50" as="geometry">
+             <mxPoint x="593" y="1763" as="sourcePoint" />
+             <mxPoint x="565" y="1887" as="targetPoint" />
+           </mxGeometry>
+         </mxCell>
+         <mxCell id="3gAixGRtOYJG3qeZIVA9-5" parent="1" style="text;html=1;whiteSpace=wrap;strokeColor=none;fillColor=none;align=center;verticalAlign=middle;rounded=0;fontColor=#009900;" value="warp0" vertex="1">
+           <mxGeometry height="30" width="60" x="327" y="1839" as="geometry" />
+         </mxCell>
+         <mxCell id="3gAixGRtOYJG3qeZIVA9-6" parent="1" style="text;html=1;whiteSpace=wrap;strokeColor=none;fillColor=none;align=center;verticalAlign=middle;rounded=0;fontColor=#FF8000;" value="warp1" vertex="1">
+           <mxGeometry height="30" width="60" x="409" y="1839" as="geometry" />
+         </mxCell>
+         <mxCell id="3gAixGRtOYJG3qeZIVA9-7" parent="1" style="text;html=1;whiteSpace=wrap;strokeColor=none;fillColor=none;align=center;verticalAlign=middle;rounded=0;fontColor=#009900;" value="warp0" vertex="1">
+           <mxGeometry height="30" width="60" x="486" y="1839" as="geometry" />
+         </mxCell>
+         <mxCell id="3gAixGRtOYJG3qeZIVA9-8" parent="1" style="text;html=1;whiteSpace=wrap;strokeColor=none;fillColor=none;align=center;verticalAlign=middle;rounded=0;fontColor=#FF8000;" value="warp1" vertex="1">
+           <mxGeometry height="30" width="60" x="567.5" y="1839" as="geometry" />
+         </mxCell>
+         <mxCell id="3gAixGRtOYJG3qeZIVA9-9" parent="1" style="text;html=1;whiteSpace=wrap;strokeColor=none;fillColor=none;align=center;verticalAlign=middle;rounded=0;fontColor=none;" value="k_tile" vertex="1">
+           <mxGeometry height="30" width="60" x="247" y="1746" as="geometry" />
+         </mxCell>
+         <mxCell id="3gAixGRtOYJG3qeZIVA9-10" parent="1" style="text;html=1;whiteSpace=wrap;strokeColor=none;fillColor=none;align=center;verticalAlign=middle;rounded=0;fontColor=none;" value="q_tile" vertex="1">
+           <mxGeometry height="30" width="60" x="450.5" y="1627" as="geometry" />
+         </mxCell>
+         <mxCell id="3gAixGRtOYJG3qeZIVA9-11" parent="1" style="text;html=1;whiteSpace=wrap;strokeColor=none;fillColor=none;align=center;verticalAlign=middle;rounded=0;fontColor=none;" value="16" vertex="1">
+           <mxGeometry height="30" width="60" x="619" y="1739" as="geometry" />
+         </mxCell>
+         <mxCell id="3gAixGRtOYJG3qeZIVA9-12" parent="1" style="text;html=1;whiteSpace=wrap;strokeColor=none;fillColor=none;align=center;verticalAlign=middle;rounded=0;fontColor=none;" value="8" vertex="1">
+           <mxGeometry height="30" width="60" x="567.5" y="1671" as="geometry" />
+         </mxCell>
+         <mxCell id="3gAixGRtOYJG3qeZIVA9-14" parent="1" style="text;html=1;whiteSpace=wrap;strokeColor=none;fillColor=none;align=center;verticalAlign=middle;rounded=0;fontColor=none;fontStyle=1;fontSize=14;" value="c view" vertex="1">
+           <mxGeometry height="30" width="60" x="449" y="1878" as="geometry" />
+         </mxCell>
+         <mxCell id="3gAixGRtOYJG3qeZIVA9-15" parent="1" style="text;html=1;whiteSpace=wrap;strokeColor=none;fillColor=none;align=center;verticalAlign=middle;rounded=0;fontColor=#009900;" value="0" vertex="1">
+           <mxGeometry height="30" width="12" x="318" y="1674" as="geometry" />
+         </mxCell>
+         <mxCell id="3gAixGRtOYJG3qeZIVA9-17" parent="1" style="text;html=1;whiteSpace=wrap;strokeColor=none;fillColor=none;align=center;verticalAlign=middle;rounded=0;fontColor=#009900;" value="1" vertex="1">
+           <mxGeometry height="30" width="12" x="330" y="1674" as="geometry" />
+         </mxCell>
+         <mxCell id="3gAixGRtOYJG3qeZIVA9-19" parent="1" style="text;html=1;whiteSpace=wrap;strokeColor=none;fillColor=none;align=center;verticalAlign=middle;rounded=0;fontColor=#009900;" value="2" vertex="1">
+           <mxGeometry height="30" width="12" x="318" y="1748" as="geometry" />
+         </mxCell>
+         <mxCell id="3gAixGRtOYJG3qeZIVA9-20" parent="1" style="text;html=1;whiteSpace=wrap;strokeColor=none;fillColor=none;align=center;verticalAlign=middle;rounded=0;fontColor=#009900;" value="3" vertex="1">
+           <mxGeometry height="30" width="12" x="330" y="1748" as="geometry" />
+         </mxCell>
+         <mxCell id="3gAixGRtOYJG3qeZIVA9-21" parent="1" style="text;html=1;whiteSpace=wrap;strokeColor=none;fillColor=none;align=center;verticalAlign=middle;rounded=0;fontColor=#009900;" value="4" vertex="1">
+           <mxGeometry height="30" width="12" x="481" y="1671" as="geometry" />
+         </mxCell>
+         <mxCell id="3gAixGRtOYJG3qeZIVA9-22" parent="1" style="text;html=1;whiteSpace=wrap;strokeColor=none;fillColor=none;align=center;verticalAlign=middle;rounded=0;fontColor=#009900;" value="5" vertex="1">
+           <mxGeometry height="30" width="12" x="493" y="1671" as="geometry" />
+         </mxCell>
+         <mxCell id="3gAixGRtOYJG3qeZIVA9-23" parent="1" style="text;html=1;whiteSpace=wrap;strokeColor=none;fillColor=none;align=center;verticalAlign=middle;rounded=0;fontColor=#009900;" value="6" vertex="1">
+           <mxGeometry height="30" width="12" x="481" y="1746" as="geometry" />
+         </mxCell>
+         <mxCell id="3gAixGRtOYJG3qeZIVA9-24" parent="1" style="text;html=1;whiteSpace=wrap;strokeColor=none;fillColor=none;align=center;verticalAlign=middle;rounded=0;fontColor=#009900;" value="7" vertex="1">
+           <mxGeometry height="30" width="12" x="493" y="1746" as="geometry" />
+         </mxCell>
      </root>
    </mxGraphModel>
  </diagram>
</mxfile>
